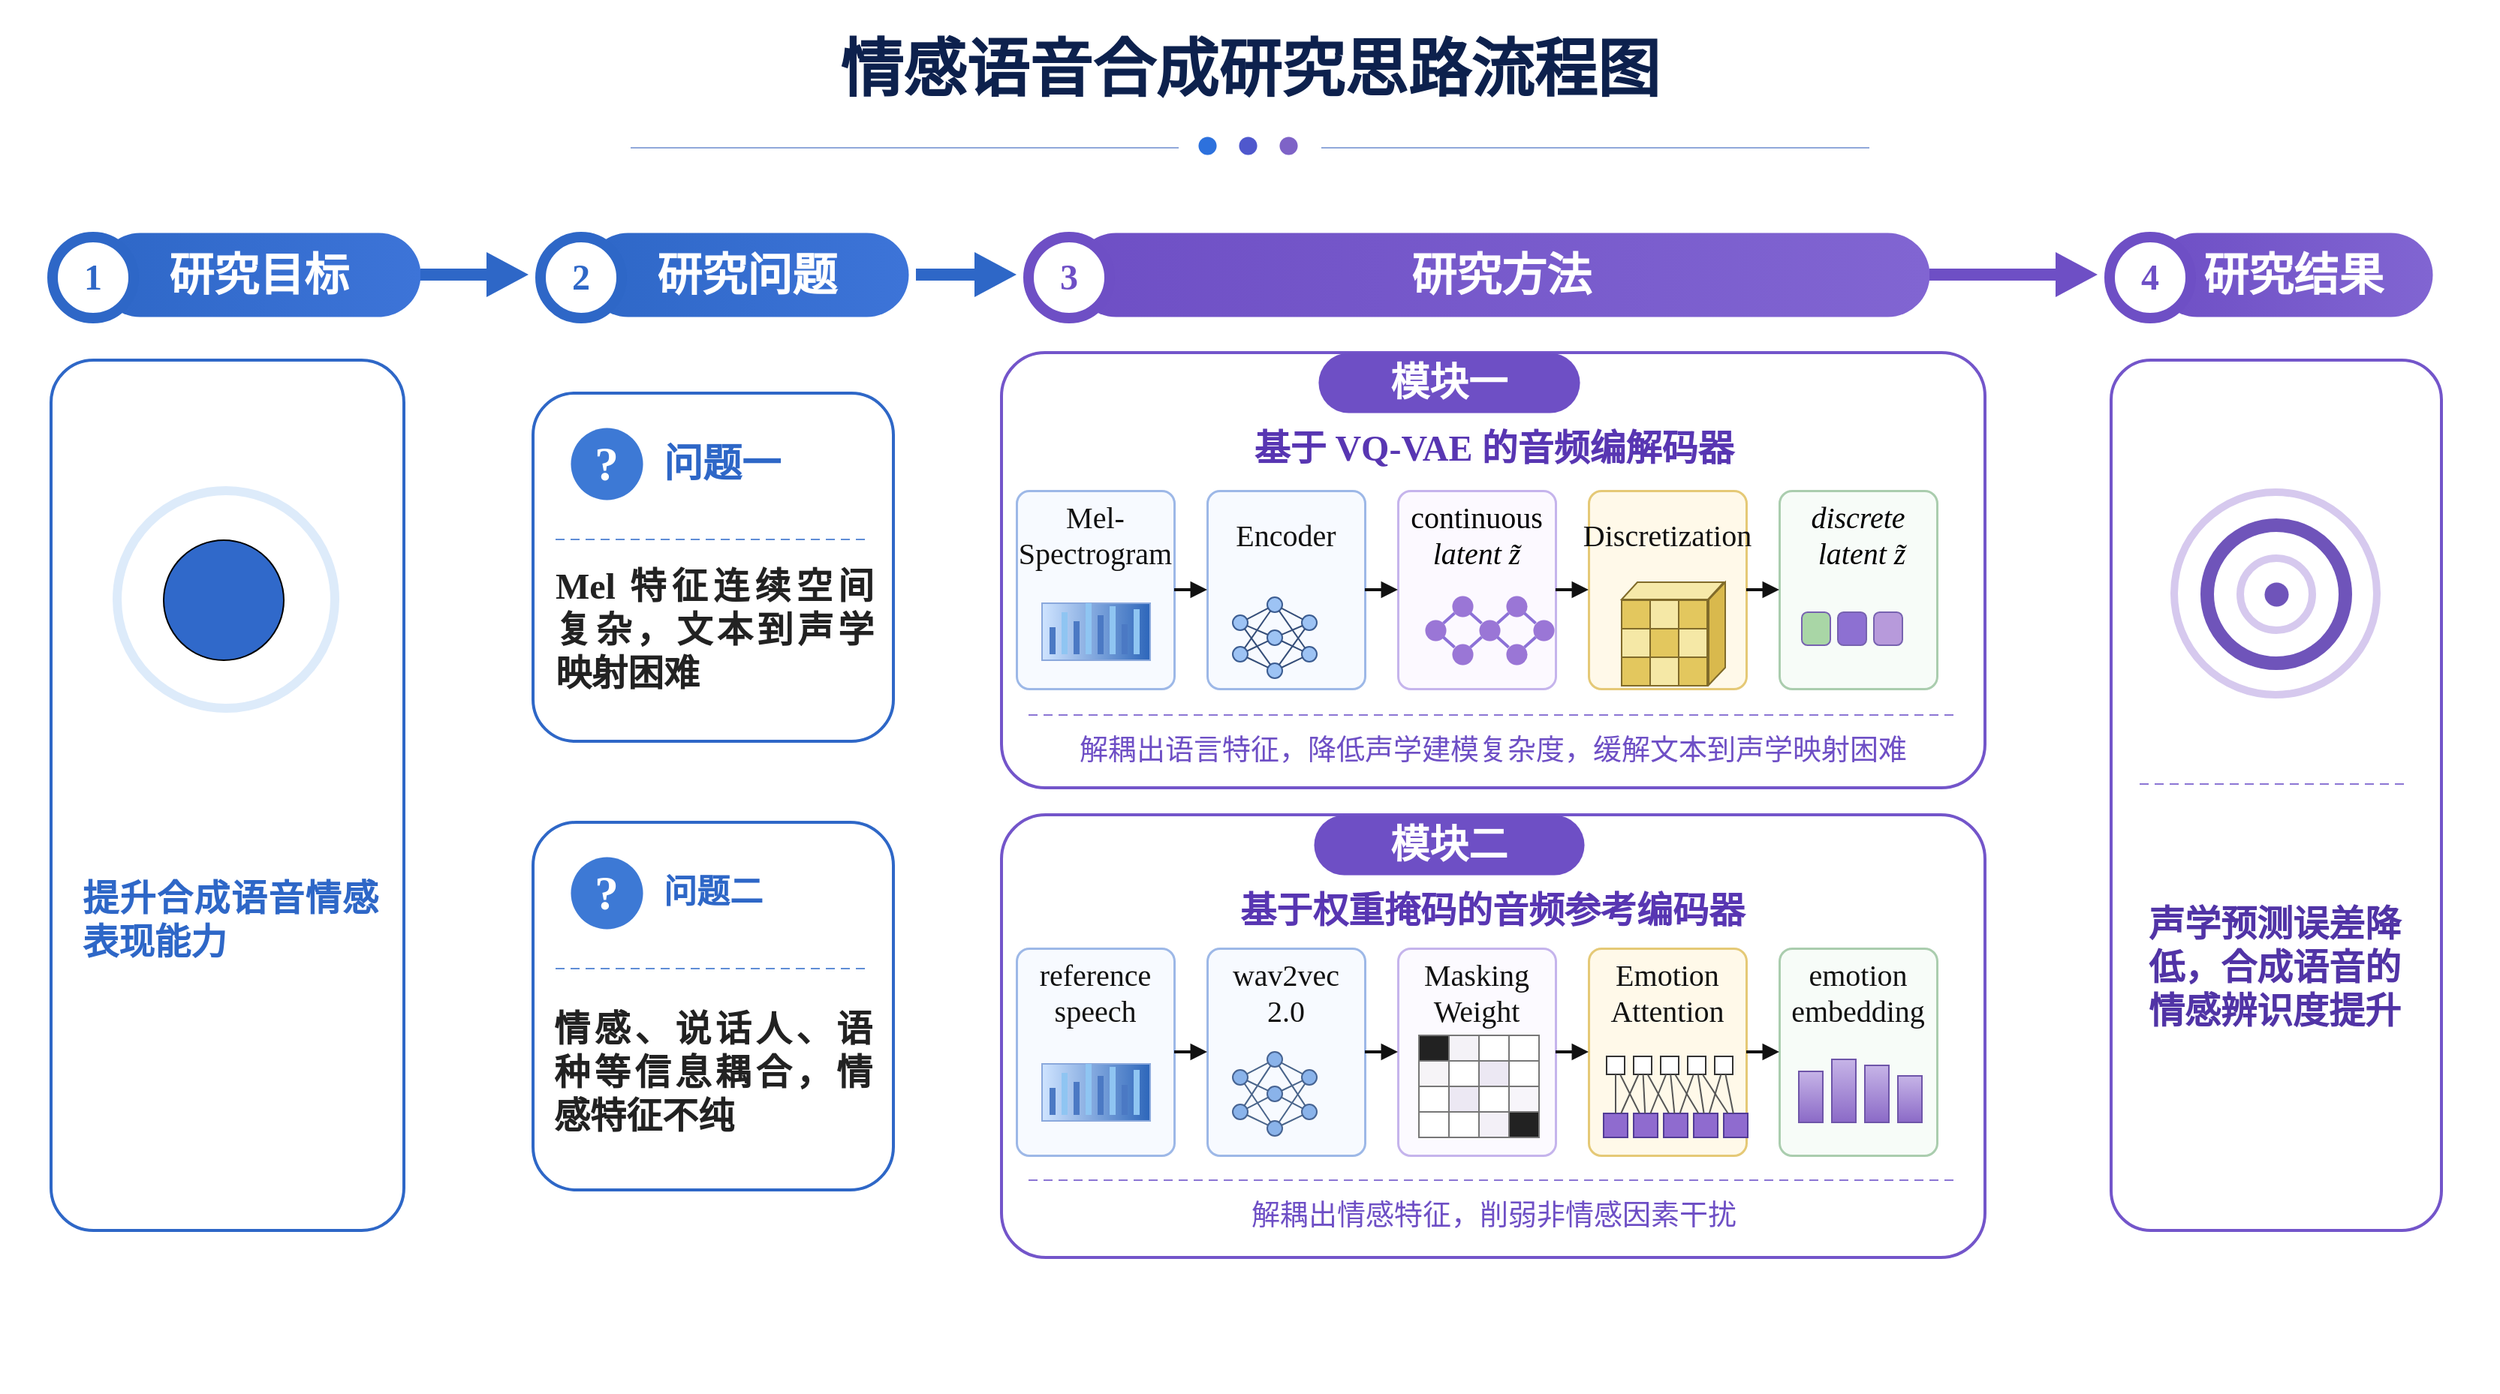
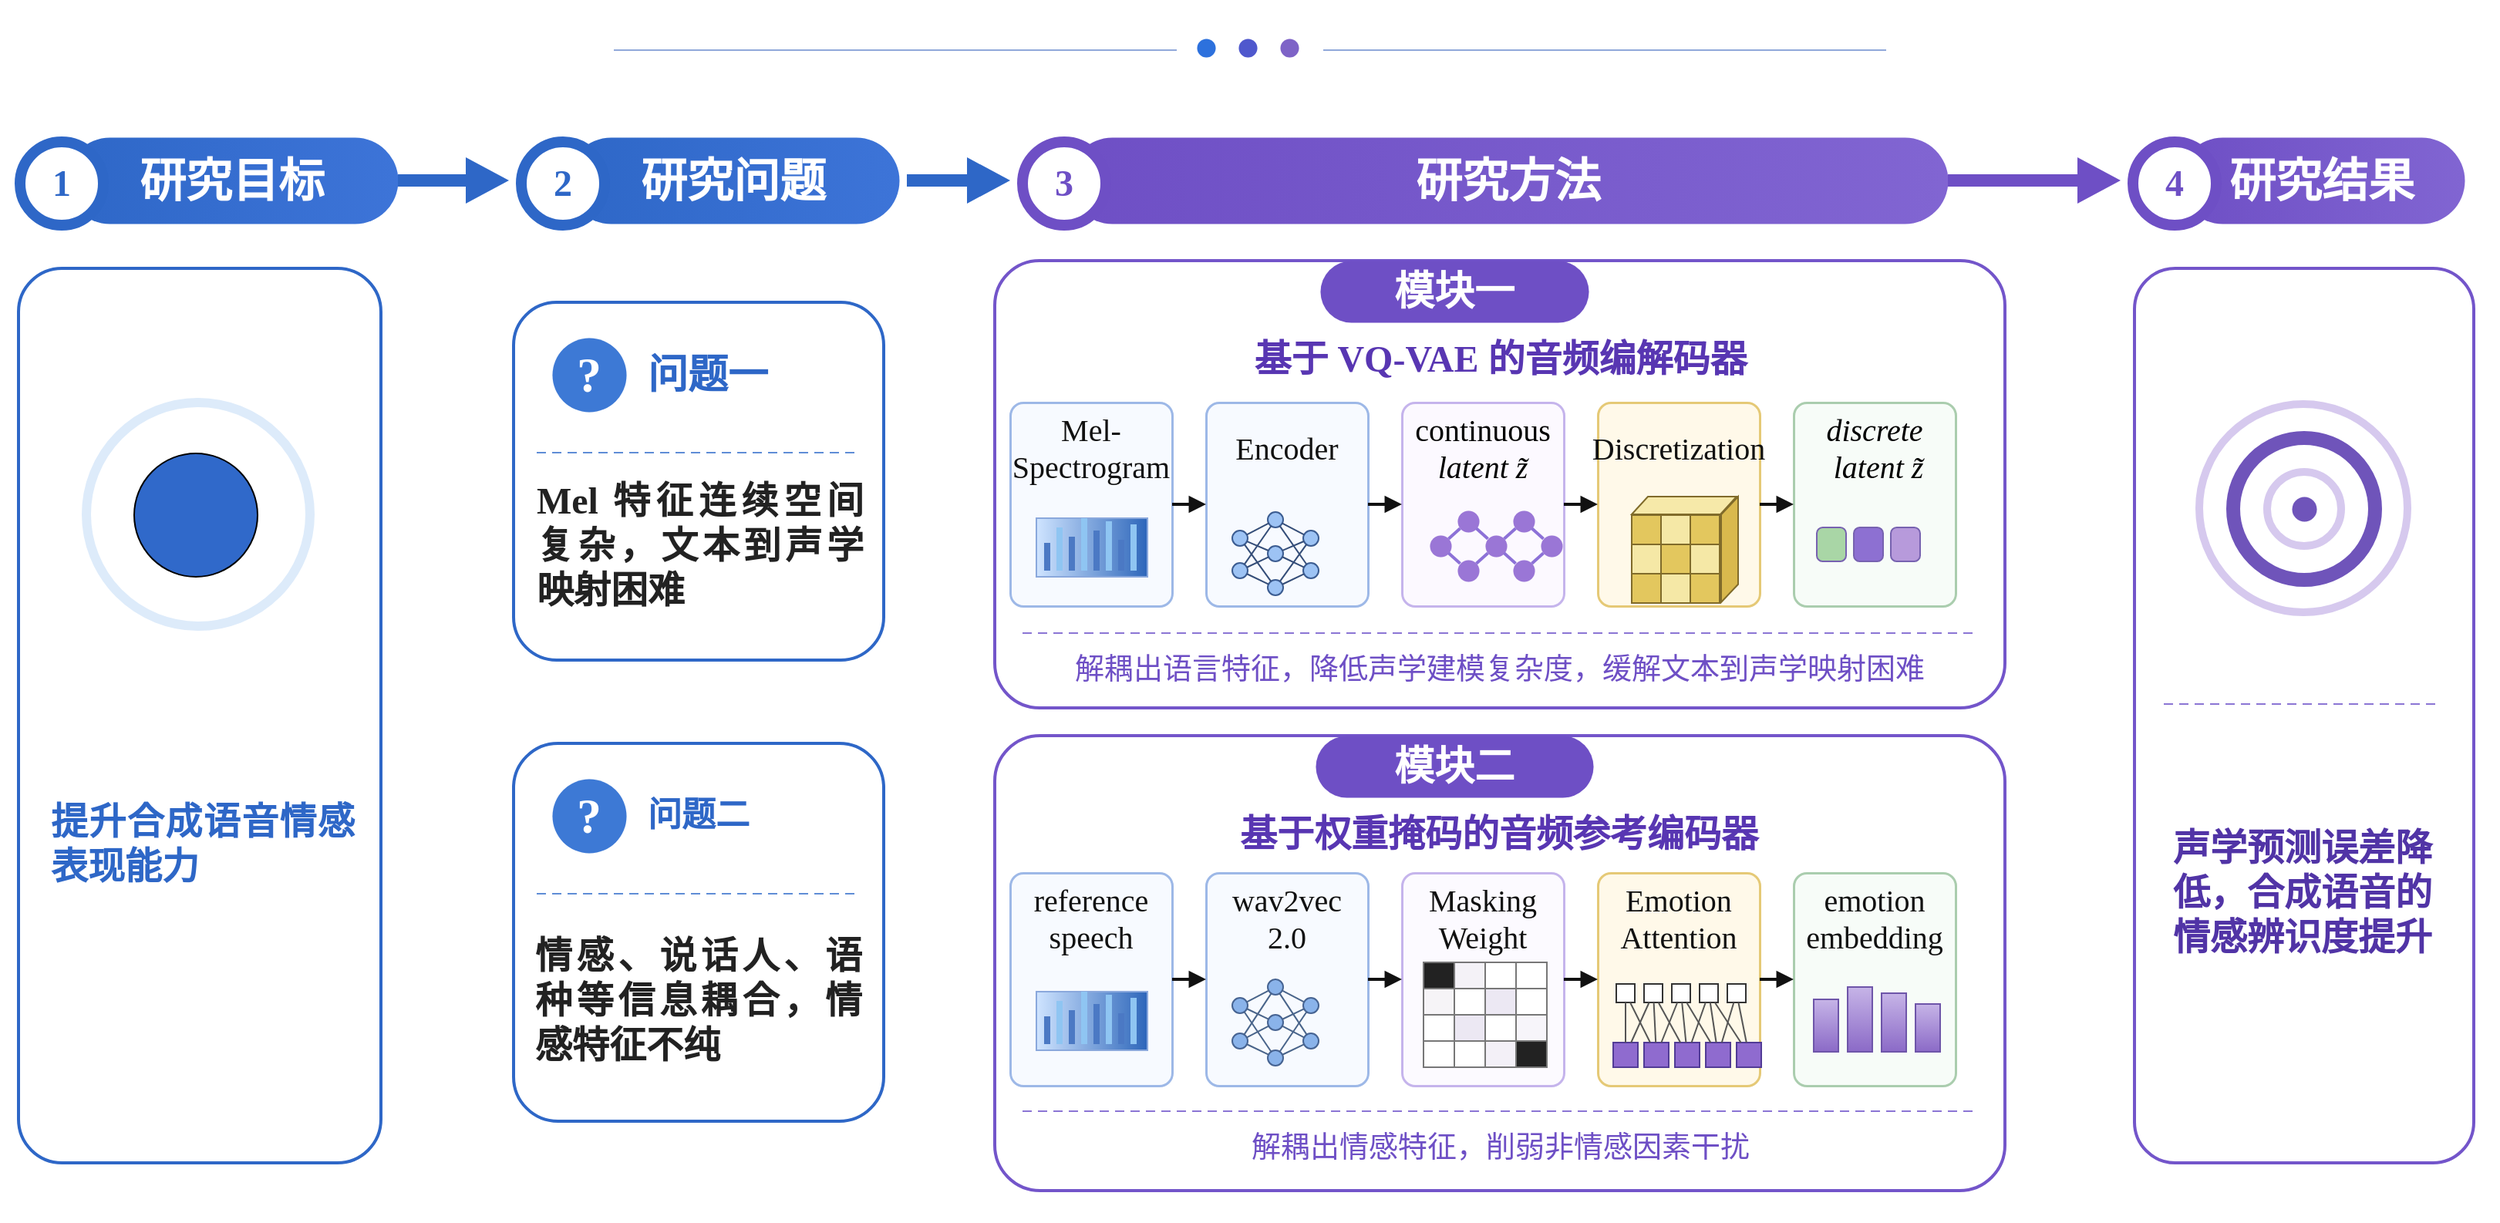
<mxfile host="app.diagrams.net">
  <diagram name="第 1 页" id="fVVEHDjkvuh4-jfM98xs">
    <mxGraphModel dx="2060" dy="1284" grid="1" gridSize="1" guides="1" tooltips="1" connect="1" arrows="1" fold="1" page="1" pageScale="1" pageWidth="1664" pageHeight="928" math="1" shadow="0">
      <root>
        <mxCell id="0" />
        <mxCell id="1" parent="0" />
        <mxCell id="v2" parent="1" style="shape=rect;fillColor=#FFFFFF;strokeColor=none;fontFamily=Comic Sans MS;" value="e" vertex="1">
-           <mxGeometry height="928" width="1664" as="geometry" />
-         </mxCell>
-         <mxCell id="v3" parent="1" style="text;html=1;whiteSpace=wrap;align=center;verticalAlign=middle;fontFamily=Comic Sans MS;fontSize=42;fontColor=#0D214D;fontStyle=1;spacing=0;" value="情感语音合成研究思路流程图" vertex="1">
-           <mxGeometry height="58" width="885" x="390" y="18" as="geometry" />
+           <mxGeometry height="792" width="1620" x="22" y="66" as="geometry" />
        </mxCell>
        <mxCell id="v4" parent="1" style="shape=line;strokeColor=#90A8DA;strokeWidth=1;fontFamily=Comic Sans MS;" value="" vertex="1">
          <mxGeometry height="1" width="365" x="420" y="98" as="geometry" />
        </mxCell>
        <mxCell id="v5" parent="1" style="shape=line;strokeColor=#90A8DA;strokeWidth=1;fontFamily=Comic Sans MS;" value="" vertex="1">
          <mxGeometry height="1" width="365" x="880" y="98" as="geometry" />
        </mxCell>
        <mxCell id="v6" parent="1" style="ellipse;whiteSpace=wrap;html=1;fillColor=#2D71DD;strokeColor=#2D71DD;strokeWidth=0;fontFamily=Comic Sans MS;" value="" vertex="1">
          <mxGeometry height="12" width="12" x="798" y="91" as="geometry" />
        </mxCell>
        <mxCell id="v7" parent="1" style="ellipse;whiteSpace=wrap;html=1;fillColor=#4F58CD;strokeColor=#4F58CD;strokeWidth=0;fontFamily=Comic Sans MS;" value="" vertex="1">
          <mxGeometry height="12" width="12" x="825" y="91" as="geometry" />
        </mxCell>
        <mxCell id="v8" parent="1" style="ellipse;whiteSpace=wrap;html=1;fillColor=#7E63C7;strokeColor=#7E63C7;strokeWidth=0;fontFamily=Comic Sans MS;" value="" vertex="1">
          <mxGeometry height="12" width="12" x="852" y="91" as="geometry" />
        </mxCell>
        <mxCell id="v9" parent="1" style="rounded=1;arcSize=50;whiteSpace=wrap;html=1;fillColor=#2E67C7;strokeColor=none;strokeWidth=0;fontFamily=Comic Sans MS;gradientColor=#3D74D8;gradientDirection=east;fontSize=24;fontColor=#FFFFFF;fontStyle=1;align=center;verticalAlign=middle;" value="&lt;font style=&quot;font-size: 30px;&quot;&gt;研究目标&lt;/font&gt;" vertex="1">
          <mxGeometry height="56" width="215" x="65" y="155" as="geometry" />
        </mxCell>
        <mxCell id="v10" parent="1" style="ellipse;whiteSpace=wrap;html=1;fillColor=#FFFFFF;strokeColor=#2E67C7;strokeWidth=7;fontFamily=Comic Sans MS;fontSize=24;fontColor=#2E67C7;fontStyle=1;align=center;verticalAlign=middle;" value="1" vertex="1">
          <mxGeometry height="54" width="54" x="35" y="158" as="geometry" />
        </mxCell>
        <mxCell id="v11" parent="1" style="rounded=1;arcSize=50;whiteSpace=wrap;html=1;fillColor=#2E67C7;strokeColor=none;strokeWidth=0;fontFamily=Comic Sans MS;gradientColor=#3D74D8;gradientDirection=east;fontSize=24;fontColor=#FFFFFF;fontStyle=1;align=center;verticalAlign=middle;" value="&lt;font style=&quot;font-size: 30px;&quot;&gt;研究问题&lt;/font&gt;" vertex="1">
          <mxGeometry height="56" width="215" x="390" y="155" as="geometry" />
        </mxCell>
        <mxCell id="v12" parent="1" style="ellipse;whiteSpace=wrap;html=1;fillColor=#FFFFFF;strokeColor=#2E67C7;strokeWidth=7;fontFamily=Comic Sans MS;fontSize=24;fontColor=#2E67C7;fontStyle=1;align=center;verticalAlign=middle;" value="2" vertex="1">
          <mxGeometry height="54" width="54" x="360" y="158" as="geometry" />
        </mxCell>
        <mxCell id="v13" parent="1" style="rounded=1;arcSize=50;whiteSpace=wrap;html=1;fillColor=#6E4FC5;strokeColor=none;strokeWidth=0;fontFamily=Comic Sans MS;gradientColor=#8165D2;gradientDirection=east;fontSize=24;fontColor=#FFFFFF;fontStyle=1;align=center;verticalAlign=middle;" value="&lt;font style=&quot;font-size: 30px;&quot;&gt;研究方法&lt;/font&gt;" vertex="1">
          <mxGeometry height="56" width="570" x="715" y="155" as="geometry" />
        </mxCell>
        <mxCell id="v14" parent="1" style="ellipse;whiteSpace=wrap;html=1;fillColor=#FFFFFF;strokeColor=#6E4FC5;strokeWidth=7;fontFamily=Comic Sans MS;fontSize=24;fontColor=#6E4FC5;fontStyle=1;align=center;verticalAlign=middle;" value="3" vertex="1">
          <mxGeometry height="54" width="54" x="685" y="158" as="geometry" />
        </mxCell>
        <mxCell id="v15" parent="1" style="rounded=1;arcSize=50;whiteSpace=wrap;html=1;fillColor=#6E4FC5;strokeColor=none;strokeWidth=0;fontFamily=Comic Sans MS;gradientColor=#8165D2;gradientDirection=east;fontSize=24;fontColor=#FFFFFF;fontStyle=1;align=center;verticalAlign=middle;" value="&lt;font style=&quot;font-size: 30px;&quot;&gt;研究结果&lt;/font&gt;" vertex="1">
          <mxGeometry height="56" width="185" x="1435" y="155" as="geometry" />
        </mxCell>
        <mxCell id="v16" parent="1" style="ellipse;whiteSpace=wrap;html=1;fillColor=#FFFFFF;strokeColor=#6E4FC5;strokeWidth=7;fontFamily=Comic Sans MS;fontSize=24;fontColor=#6E4FC5;fontStyle=1;align=center;verticalAlign=middle;" value="4" vertex="1">
          <mxGeometry height="54" width="54" x="1405" y="158" as="geometry" />
        </mxCell>
        <mxCell id="v17" parent="1" style="shape=rect;fillColor=#2E67C7;strokeColor=none;fontFamily=Comic Sans MS;" value="" vertex="1">
          <mxGeometry height="8" width="52" x="280" y="179" as="geometry" />
        </mxCell>
        <mxCell id="v18" parent="1" style="shape=triangle;direction=east;fillColor=#2E67C7;strokeColor=none;fontFamily=Comic Sans MS;" value="" vertex="1">
          <mxGeometry height="30" width="28" x="324" y="168" as="geometry" />
        </mxCell>
        <mxCell id="v19" parent="1" style="shape=rect;fillColor=#2E67C7;strokeColor=none;fontFamily=Comic Sans MS;" value="" vertex="1">
          <mxGeometry height="8" width="47" x="610" y="179" as="geometry" />
        </mxCell>
        <mxCell id="v20" parent="1" style="shape=triangle;direction=east;fillColor=#2E67C7;strokeColor=none;fontFamily=Comic Sans MS;" value="" vertex="1">
          <mxGeometry height="30" width="28" x="649" y="168" as="geometry" />
        </mxCell>
        <mxCell id="v21" parent="1" style="shape=rect;fillColor=#6E4FC5;strokeColor=none;fontFamily=Comic Sans MS;" value="" vertex="1">
          <mxGeometry height="8" width="92" x="1285" y="179" as="geometry" />
        </mxCell>
        <mxCell id="v22" parent="1" style="shape=triangle;direction=east;fillColor=#6E4FC5;strokeColor=none;fontFamily=Comic Sans MS;" value="" vertex="1">
          <mxGeometry height="30" width="28" x="1369" y="168" as="geometry" />
        </mxCell>
        <mxCell id="v23" parent="1" style="rounded=1;arcSize=12;whiteSpace=wrap;html=1;fillColor=#FFFFFF;strokeColor=#2E67C7;strokeWidth=2;fontFamily=Comic Sans MS;" value="" vertex="1">
          <mxGeometry height="580" width="235" x="34" y="240" as="geometry" />
        </mxCell>
        <mxCell id="v24" parent="1" style="rounded=1;arcSize=12;whiteSpace=wrap;html=1;fillColor=#FFFFFF;strokeColor=#2E67C7;strokeWidth=2;fontFamily=Comic Sans MS;" value="" vertex="1">
          <mxGeometry height="232" width="240" x="355" y="262" as="geometry" />
        </mxCell>
        <mxCell id="v25" parent="1" style="rounded=1;arcSize=12;whiteSpace=wrap;html=1;fillColor=#FFFFFF;strokeColor=#2E67C7;strokeWidth=2;fontFamily=Comic Sans MS;" value="" vertex="1">
          <mxGeometry height="245" width="240" x="355" y="548" as="geometry" />
        </mxCell>
        <mxCell id="v26" parent="1" style="rounded=1;arcSize=10;whiteSpace=wrap;html=1;fillColor=#FFFFFF;strokeColor=#7355CA;strokeWidth=2;fontFamily=Comic Sans MS;" value="" vertex="1">
          <mxGeometry height="290" width="655" x="667" y="235" as="geometry" />
        </mxCell>
        <mxCell id="v27" parent="1" style="rounded=1;arcSize=10;whiteSpace=wrap;html=1;fillColor=#FFFFFF;strokeColor=#7355CA;strokeWidth=2;fontFamily=Comic Sans MS;" value="" vertex="1">
          <mxGeometry height="295" width="655" x="667" y="543" as="geometry" />
        </mxCell>
        <mxCell id="v28" parent="1" style="rounded=1;arcSize=12;whiteSpace=wrap;html=1;fillColor=#FFFFFF;strokeColor=#7355CA;strokeWidth=2;fontFamily=Comic Sans MS;" value="" vertex="1">
          <mxGeometry height="580" width="220" x="1406" y="240" as="geometry" />
        </mxCell>
        <mxCell id="v29" parent="1" style="ellipse;whiteSpace=wrap;html=1;fillColor=#FFFFFF;strokeColor=#DDEBFA;strokeWidth=6;fontFamily=Comic Sans MS;" value="" vertex="1">
          <mxGeometry height="145" width="145" x="78" y="327" as="geometry" />
        </mxCell>
        <mxCell id="v31" parent="1" style="shape=mxgraph.basic.arc;startAngle=180;endAngle=360;fillColor=none;strokeColor=#2E67C7;strokeWidth=5;fontFamily=Comic Sans MS;" value="" vertex="1">
          <mxGeometry height="58" width="70" x="121" y="388" as="geometry" />
        </mxCell>
        <mxCell id="v34" parent="1" style="shape=mxgraph.basic.arc;startAngle=90;endAngle=270;direction=west;fillColor=none;strokeColor=#2E67C7;strokeWidth=4;fontFamily=Comic Sans MS;" value="" vertex="1">
          <mxGeometry height="38" width="18" x="90" y="380" as="geometry" />
        </mxCell>
        <mxCell id="v35" parent="1" style="shape=mxgraph.basic.arc;startAngle=90;endAngle=270;direction=west;fillColor=none;strokeColor=#2E67C7;strokeWidth=4;fontFamily=Comic Sans MS;" value="" vertex="1">
          <mxGeometry height="54" width="28" x="82" y="372" as="geometry" />
        </mxCell>
        <mxCell id="v36" parent="1" style="shape=mxgraph.basic.arc;startAngle=90;endAngle=270;direction=east;fillColor=none;strokeColor=#2E67C7;strokeWidth=4;fontFamily=Comic Sans MS;" value="" vertex="1">
          <mxGeometry height="38" width="18" x="193" y="380" as="geometry" />
        </mxCell>
        <mxCell id="v37" parent="1" style="shape=mxgraph.basic.arc;startAngle=90;endAngle=270;direction=east;fillColor=none;strokeColor=#2E67C7;strokeWidth=4;fontFamily=Comic Sans MS;" value="" vertex="1">
          <mxGeometry height="54" width="28" x="192" y="372" as="geometry" />
        </mxCell>
        <mxCell id="v38" parent="1" style="text;html=1;whiteSpace=wrap;align=left;verticalAlign=middle;fontFamily=Comic Sans MS;fontSize=22;fontColor=#111111;fontStyle=0;spacing=0;" value="&lt;div style=&quot;text-align: justify;&quot;&gt;&lt;b style=&quot;background-color: transparent; color: light-dark(rgb(46, 103, 199), rgb(237, 237, 237));&quot;&gt;&lt;font style=&quot;font-size: 24px;&quot;&gt;提升合成语音情感表现能力&lt;/font&gt;&lt;/b&gt;&lt;/div&gt;" vertex="1">
          <mxGeometry height="225" width="195" x="55" y="500" as="geometry" />
        </mxCell>
        <mxCell id="v39" parent="1" style="ellipse;whiteSpace=wrap;html=1;fillColor=#3D79D5;strokeColor=#3D79D5;strokeWidth=0;fontFamily=Comic Sans MS;fontSize=32;fontColor=#FFFFFF;fontStyle=1;align=center;verticalAlign=middle;" value="?" vertex="1">
          <mxGeometry height="48" width="48" x="380" y="285" as="geometry" />
        </mxCell>
        <mxCell id="v40" parent="1" style="text;html=1;whiteSpace=wrap;align=left;verticalAlign=middle;fontFamily=Comic Sans MS;fontSize=22;fontColor=#2E67C7;fontStyle=1;spacing=0;" value="&lt;font style=&quot;font-size: 26px;&quot;&gt;问题一&lt;/font&gt;" vertex="1">
          <mxGeometry height="44" width="120" x="442" y="287" as="geometry" />
        </mxCell>
        <mxCell id="v41" parent="1" style="shape=line;strokeColor=#5F8DD6;strokeWidth=1;dashed=1;dashPattern=6 4;fontFamily=Comic Sans MS;" value="" vertex="1">
          <mxGeometry height="1" width="210" x="370" y="359" as="geometry" />
        </mxCell>
        <mxCell id="v42" parent="1" style="ellipse;whiteSpace=wrap;html=1;fillColor=#3D79D5;strokeColor=#3D79D5;strokeWidth=0;fontFamily=Comic Sans MS;fontSize=32;fontColor=#FFFFFF;fontStyle=1;align=center;verticalAlign=middle;" value="?" vertex="1">
          <mxGeometry height="48" width="48" x="380" y="571" as="geometry" />
        </mxCell>
        <mxCell id="v43" parent="1" style="text;html=1;whiteSpace=wrap;align=left;verticalAlign=middle;fontFamily=Comic Sans MS;fontSize=22;fontColor=#2E67C7;fontStyle=1;spacing=0;" value="问题二" vertex="1">
          <mxGeometry height="44" width="120" x="442" y="573" as="geometry" />
        </mxCell>
        <mxCell id="v44" parent="1" style="shape=line;strokeColor=#5F8DD6;strokeWidth=1;dashed=1;dashPattern=6 4;fontFamily=Comic Sans MS;" value="" vertex="1">
          <mxGeometry height="1" width="210" x="370" y="645" as="geometry" />
        </mxCell>
        <mxCell id="v45" parent="1" style="text;html=1;whiteSpace=wrap;align=left;verticalAlign=middle;fontFamily=Comic Sans MS;fontSize=18;fontColor=#222222;fontStyle=0;spacing=0;" value="&lt;div style=&quot;text-align: justify;&quot;&gt;&lt;b style=&quot;background-color: transparent; color: light-dark(rgb(34, 34, 34), rgb(208, 208, 208));&quot;&gt;&lt;font style=&quot;font-size: 24px;&quot;&gt;Mel 特征连续空间复杂，文本到声学映射困难&lt;/font&gt;&lt;/b&gt;&lt;/div&gt;" vertex="1">
          <mxGeometry height="110" width="210" x="370" y="365" as="geometry" />
        </mxCell>
        <mxCell id="v46" parent="1" style="text;html=1;whiteSpace=wrap;align=center;verticalAlign=middle;fontFamily=Comic Sans MS;fontSize=18;fontColor=#222222;fontStyle=0;spacing=0;" value="&lt;div style=&quot;text-align: justify;&quot;&gt;&lt;b style=&quot;background-color: transparent; color: light-dark(rgb(34, 34, 34), rgb(208, 208, 208));&quot;&gt;&lt;font style=&quot;font-size: 24px;&quot;&gt;情感、说话人、语种等信息耦合，情感特征不纯&lt;/font&gt;&lt;/b&gt;&lt;/div&gt;" vertex="1">
          <mxGeometry height="115" width="210" x="370" y="657" as="geometry" />
        </mxCell>
        <mxCell id="e47" edge="1" parent="1" style="edgeStyle=orthogonalEdgeStyle;rounded=0;html=1;strokeColor=#3B72CA;strokeWidth=3;dashed=1;dashPattern=6 4;endArrow=block;endFill=1;" value="">
          <mxGeometry relative="1" as="geometry">
            <Array as="points">
              <mxPoint x="278" y="510" />
              <mxPoint x="310" y="510" />
              <mxPoint x="310" y="378" />
              <mxPoint x="350" y="378" />
            </Array>
          </mxGeometry>
        </mxCell>
        <mxCell id="e48" edge="1" parent="1" style="edgeStyle=orthogonalEdgeStyle;rounded=0;html=1;strokeColor=#3B72CA;strokeWidth=3;dashed=1;dashPattern=6 4;endArrow=block;endFill=1;" value="">
          <mxGeometry relative="1" as="geometry">
            <Array as="points">
              <mxPoint x="278" y="510" />
              <mxPoint x="310" y="510" />
              <mxPoint x="310" y="670" />
              <mxPoint x="350" y="670" />
            </Array>
          </mxGeometry>
        </mxCell>
        <mxCell id="e49" edge="1" parent="1" style="edgeStyle=orthogonalEdgeStyle;rounded=0;html=1;strokeColor=#6E4FC5;strokeWidth=3;dashed=1;dashPattern=6 4;endArrow=block;endFill=1;" value="">
          <mxGeometry relative="1" as="geometry">
            <Array as="points">
              <mxPoint x="595" y="378" />
              <mxPoint x="625" y="378" />
              <mxPoint x="625" y="356" />
              <mxPoint x="665" y="356" />
            </Array>
          </mxGeometry>
        </mxCell>
        <mxCell id="e50" edge="1" parent="1" style="edgeStyle=orthogonalEdgeStyle;rounded=0;html=1;strokeColor=#6E4FC5;strokeWidth=3;dashed=1;dashPattern=6 4;endArrow=block;endFill=1;" value="">
          <mxGeometry relative="1" as="geometry">
            <Array as="points">
              <mxPoint x="595" y="670" />
              <mxPoint x="625" y="670" />
              <mxPoint x="625" y="695" />
              <mxPoint x="665" y="695" />
            </Array>
          </mxGeometry>
        </mxCell>
        <mxCell id="v51" parent="1" style="rounded=1;arcSize=50;whiteSpace=wrap;html=1;fillColor=#6E4FC5;strokeColor=#6E4FC5;strokeWidth=0;fontFamily=Comic Sans MS;fontSize=22;fontColor=#FFFFFF;fontStyle=1;align=center;verticalAlign=middle;" value="&lt;font style=&quot;font-size: 26px;&quot;&gt;模块一&lt;/font&gt;" vertex="1">
          <mxGeometry height="40" width="174" x="878" y="235" as="geometry" />
        </mxCell>
        <mxCell id="v52" parent="1" style="rounded=1;arcSize=50;whiteSpace=wrap;html=1;fillColor=#6E4FC5;strokeColor=#6E4FC5;strokeWidth=0;fontFamily=Comic Sans MS;fontSize=22;fontColor=#FFFFFF;fontStyle=1;align=center;verticalAlign=middle;" value="&lt;font style=&quot;font-size: 26px;&quot;&gt;模块二&lt;/font&gt;" vertex="1">
          <mxGeometry height="40" width="180" x="875" y="543" as="geometry" />
        </mxCell>
        <mxCell id="v53" parent="1" style="text;html=1;whiteSpace=wrap;align=center;verticalAlign=middle;fontFamily=Comic Sans MS;fontSize=23;fontColor=#5836B2;fontStyle=1;spacing=0;" value="&lt;font style=&quot;font-size: 24px;&quot;&gt;基于 VQ-VAE 的音频编解码器&lt;/font&gt;" vertex="1">
          <mxGeometry height="38" width="520" x="735" y="280" as="geometry" />
        </mxCell>
        <mxCell id="v54" parent="1" style="text;html=1;whiteSpace=wrap;align=center;verticalAlign=middle;fontFamily=Comic Sans MS;fontSize=23;fontColor=#5836B2;fontStyle=1;spacing=0;" value="&lt;font style=&quot;font-size: 24px;&quot;&gt;基于权重掩码的音频参考编码器&lt;/font&gt;" vertex="1">
          <mxGeometry height="38" width="580" x="704" y="588" as="geometry" />
        </mxCell>
        <mxCell id="v55" parent="1" style="rounded=1;arcSize=8;whiteSpace=wrap;html=1;fillColor=#F7FAFF;strokeColor=#9DB8E7;strokeWidth=1.5;fontFamily=Comic Sans MS;" value="" vertex="1">
          <mxGeometry height="132" width="105" x="677" y="327" as="geometry" />
        </mxCell>
        <mxCell id="v56" parent="1" style="text;html=1;whiteSpace=wrap;align=center;verticalAlign=middle;fontFamily=Comic Sans MS;fontSize=15;fontColor=#111111;fontStyle=0;spacing=0;" value="&lt;font style=&quot;font-size: 20px;&quot;&gt;Mel-&lt;br&gt;Spectrogram&lt;/font&gt;" vertex="1">
          <mxGeometry height="42" width="95" x="682" y="335" as="geometry" />
        </mxCell>
        <mxCell id="v57" parent="1" style="rounded=1;arcSize=8;whiteSpace=wrap;html=1;fillColor=#F7FAFF;strokeColor=#9DB8E7;strokeWidth=1.5;fontFamily=Comic Sans MS;" value="" vertex="1">
          <mxGeometry height="132" width="105" x="804" y="327" as="geometry" />
        </mxCell>
        <mxCell id="v58" parent="1" style="text;html=1;whiteSpace=wrap;align=center;verticalAlign=middle;fontFamily=Comic Sans MS;fontSize=15;fontColor=#111111;fontStyle=0;spacing=0;" value="&lt;font style=&quot;font-size: 20px;&quot;&gt;Encoder&lt;/font&gt;" vertex="1">
          <mxGeometry height="42" width="95" x="809" y="335" as="geometry" />
        </mxCell>
        <mxCell id="v59" parent="1" style="rounded=1;arcSize=8;whiteSpace=wrap;html=1;fillColor=#FCF9FF;strokeColor=#C5B4EC;strokeWidth=1.5;fontFamily=Comic Sans MS;" value="" vertex="1">
          <mxGeometry height="132" width="105" x="931" y="327" as="geometry" />
        </mxCell>
        <mxCell id="v60" parent="1" style="text;html=1;whiteSpace=wrap;align=center;verticalAlign=middle;fontFamily=Comic Sans MS;fontSize=15;fontColor=#111111;fontStyle=0;spacing=0;" value="&lt;font style=&quot;font-size: 20px;&quot;&gt;&lt;span style=&quot;text-align: left; white-space: nowrap; color: rgb(0, 0, 0);&quot;&gt;continuous&lt;/span&gt;&lt;/font&gt;&lt;div&gt;&lt;font style=&quot;font-size: 20px;&quot;&gt;&lt;i style=&quot;text-align: left; white-space: nowrap; color: rgb(0, 0, 0);&quot;&gt; latent z̃&lt;/i&gt;&lt;/font&gt;&lt;/div&gt;" vertex="1">
          <mxGeometry height="42" width="95" x="936" y="335" as="geometry" />
        </mxCell>
        <mxCell id="v61" parent="1" style="rounded=1;arcSize=8;whiteSpace=wrap;html=1;fillColor=#FFF9E9;strokeColor=#E5C976;strokeWidth=1.5;fontFamily=Comic Sans MS;" value="" vertex="1">
          <mxGeometry height="132" width="105" x="1058" y="327" as="geometry" />
        </mxCell>
        <mxCell id="v62" parent="1" style="text;html=1;whiteSpace=wrap;align=center;verticalAlign=middle;fontFamily=Comic Sans MS;fontSize=15;fontColor=#111111;fontStyle=0;spacing=0;" value="&lt;font style=&quot;font-size: 20px;&quot;&gt;Discretization&lt;/font&gt;" vertex="1">
          <mxGeometry height="42" width="95" x="1063" y="335" as="geometry" />
        </mxCell>
        <mxCell id="v63" parent="1" style="rounded=1;arcSize=8;whiteSpace=wrap;html=1;fillColor=#F7FCF8;strokeColor=#AACDAE;strokeWidth=1.5;fontFamily=Comic Sans MS;" value="" vertex="1">
          <mxGeometry height="132" width="105" x="1185" y="327" as="geometry" />
        </mxCell>
        <mxCell id="v64" parent="1" style="text;html=1;whiteSpace=wrap;align=center;verticalAlign=middle;fontFamily=Comic Sans MS;fontSize=15;fontColor=#111111;fontStyle=0;spacing=0;" value="&lt;i style=&quot;text-align: left; white-space: nowrap;&quot;&gt;&lt;font style=&quot;color: rgb(0, 0, 0); font-size: 20px;&quot;&gt;discrete&lt;/font&gt;&lt;/i&gt;&lt;div&gt;&lt;i style=&quot;text-align: left; white-space: nowrap;&quot;&gt;&lt;font style=&quot;color: rgb(0, 0, 0); font-size: 20px;&quot;&gt;&amp;nbsp;latent z̃&lt;/font&gt;&lt;/i&gt;&lt;/div&gt;" vertex="1">
          <mxGeometry height="42" width="95" x="1190" y="335" as="geometry" />
        </mxCell>
        <mxCell id="e65" edge="1" parent="1" source="v55" style="edgeStyle=orthogonalEdgeStyle;rounded=0;html=1;strokeColor=#111111;strokeWidth=2;endArrow=block;endFill=1;fontFamily=Comic Sans MS;" target="v57" value="">
          <mxGeometry relative="1" as="geometry" />
        </mxCell>
        <mxCell id="e66" edge="1" parent="1" source="v57" style="edgeStyle=orthogonalEdgeStyle;rounded=0;html=1;strokeColor=#111111;strokeWidth=2;endArrow=block;endFill=1;fontFamily=Comic Sans MS;" target="v59" value="">
          <mxGeometry relative="1" as="geometry" />
        </mxCell>
        <mxCell id="e67" edge="1" parent="1" source="v59" style="edgeStyle=orthogonalEdgeStyle;rounded=0;html=1;strokeColor=#111111;strokeWidth=2;endArrow=block;endFill=1;fontFamily=Comic Sans MS;" target="v61" value="">
          <mxGeometry relative="1" as="geometry" />
        </mxCell>
        <mxCell id="e68" edge="1" parent="1" source="v61" style="edgeStyle=orthogonalEdgeStyle;rounded=0;html=1;strokeColor=#111111;strokeWidth=2;endArrow=block;endFill=1;fontFamily=Comic Sans MS;" target="v63" value="">
          <mxGeometry relative="1" as="geometry" />
        </mxCell>
        <mxCell id="v78" parent="1" style="ellipse;whiteSpace=wrap;html=1;fillColor=#9DC3F4;strokeColor=#3B5C91;strokeWidth=1;fontFamily=Comic Sans MS;" value="" vertex="1">
          <mxGeometry height="10" width="10" x="821" y="410" as="geometry" />
        </mxCell>
        <mxCell id="v79" parent="1" style="ellipse;whiteSpace=wrap;html=1;fillColor=#9DC3F4;strokeColor=#3B5C91;strokeWidth=1;fontFamily=Comic Sans MS;" value="" vertex="1">
          <mxGeometry height="10" width="10" x="821" y="431" as="geometry" />
        </mxCell>
        <mxCell id="v80" parent="1" style="ellipse;whiteSpace=wrap;html=1;fillColor=#9DC3F4;strokeColor=#3B5C91;strokeWidth=1;fontFamily=Comic Sans MS;" value="" vertex="1">
          <mxGeometry height="10" width="10" x="844" y="398" as="geometry" />
        </mxCell>
        <mxCell id="v81" parent="1" style="ellipse;whiteSpace=wrap;html=1;fillColor=#9DC3F4;strokeColor=#3B5C91;strokeWidth=1;fontFamily=Comic Sans MS;" value="" vertex="1">
          <mxGeometry height="10" width="10" x="844" y="420" as="geometry" />
        </mxCell>
        <mxCell id="v82" parent="1" style="ellipse;whiteSpace=wrap;html=1;fillColor=#9DC3F4;strokeColor=#3B5C91;strokeWidth=1;fontFamily=Comic Sans MS;" value="" vertex="1">
          <mxGeometry height="10" width="10" x="844" y="442" as="geometry" />
        </mxCell>
        <mxCell id="v83" parent="1" style="ellipse;whiteSpace=wrap;html=1;fillColor=#9DC3F4;strokeColor=#3B5C91;strokeWidth=1;fontFamily=Comic Sans MS;" value="" vertex="1">
          <mxGeometry height="10" width="10" x="867" y="410" as="geometry" />
        </mxCell>
        <mxCell id="v84" parent="1" style="ellipse;whiteSpace=wrap;html=1;fillColor=#9DC3F4;strokeColor=#3B5C91;strokeWidth=1;fontFamily=Comic Sans MS;" value="" vertex="1">
          <mxGeometry height="10" width="10" x="867" y="431" as="geometry" />
        </mxCell>
        <mxCell id="e85" edge="1" parent="1" source="v78" style="edgeStyle=none;html=1;strokeColor=#344D78;strokeWidth=1;endArrow=none;fontFamily=Comic Sans MS;" target="v80" value="">
          <mxGeometry relative="1" as="geometry" />
        </mxCell>
        <mxCell id="e86" edge="1" parent="1" source="v78" style="edgeStyle=none;html=1;strokeColor=#344D78;strokeWidth=1;endArrow=none;fontFamily=Comic Sans MS;" target="v81" value="">
          <mxGeometry relative="1" as="geometry" />
        </mxCell>
        <mxCell id="e87" edge="1" parent="1" source="v78" style="edgeStyle=none;html=1;strokeColor=#344D78;strokeWidth=1;endArrow=none;fontFamily=Comic Sans MS;" target="v82" value="">
          <mxGeometry relative="1" as="geometry" />
        </mxCell>
        <mxCell id="e88" edge="1" parent="1" source="v79" style="edgeStyle=none;html=1;strokeColor=#344D78;strokeWidth=1;endArrow=none;fontFamily=Comic Sans MS;" target="v80" value="">
          <mxGeometry relative="1" as="geometry" />
        </mxCell>
        <mxCell id="e89" edge="1" parent="1" source="v79" style="edgeStyle=none;html=1;strokeColor=#344D78;strokeWidth=1;endArrow=none;fontFamily=Comic Sans MS;" target="v81" value="">
          <mxGeometry relative="1" as="geometry" />
        </mxCell>
        <mxCell id="e90" edge="1" parent="1" source="v79" style="edgeStyle=none;html=1;strokeColor=#344D78;strokeWidth=1;endArrow=none;fontFamily=Comic Sans MS;" target="v82" value="">
          <mxGeometry relative="1" as="geometry" />
        </mxCell>
        <mxCell id="e91" edge="1" parent="1" source="v80" style="edgeStyle=none;html=1;strokeColor=#344D78;strokeWidth=1;endArrow=none;fontFamily=Comic Sans MS;" target="v83" value="">
          <mxGeometry relative="1" as="geometry" />
        </mxCell>
        <mxCell id="e92" edge="1" parent="1" source="v80" style="edgeStyle=none;html=1;strokeColor=#344D78;strokeWidth=1;endArrow=none;fontFamily=Comic Sans MS;" target="v84" value="">
          <mxGeometry relative="1" as="geometry" />
        </mxCell>
        <mxCell id="e93" edge="1" parent="1" source="v81" style="edgeStyle=none;html=1;strokeColor=#344D78;strokeWidth=1;endArrow=none;fontFamily=Comic Sans MS;" target="v83" value="">
          <mxGeometry relative="1" as="geometry" />
        </mxCell>
        <mxCell id="e94" edge="1" parent="1" source="v81" style="edgeStyle=none;html=1;strokeColor=#344D78;strokeWidth=1;endArrow=none;fontFamily=Comic Sans MS;" target="v84" value="">
          <mxGeometry relative="1" as="geometry" />
        </mxCell>
        <mxCell id="e95" edge="1" parent="1" source="v82" style="edgeStyle=none;html=1;strokeColor=#344D78;strokeWidth=1;endArrow=none;fontFamily=Comic Sans MS;" target="v83" value="">
          <mxGeometry relative="1" as="geometry" />
        </mxCell>
        <mxCell id="e96" edge="1" parent="1" source="v82" style="edgeStyle=none;html=1;strokeColor=#344D78;strokeWidth=1;endArrow=none;fontFamily=Comic Sans MS;" target="v84" value="">
          <mxGeometry relative="1" as="geometry" />
        </mxCell>
        <mxCell id="v97" parent="1" style="ellipse;whiteSpace=wrap;html=1;fillColor=#9A76D6;strokeColor=#9A76D6;strokeWidth=0;fontFamily=Comic Sans MS;" value="" vertex="1">
          <mxGeometry height="14" width="14" x="949" y="413" as="geometry" />
        </mxCell>
        <mxCell id="v98" parent="1" style="ellipse;whiteSpace=wrap;html=1;fillColor=#9A76D6;strokeColor=#9A76D6;strokeWidth=0;fontFamily=Comic Sans MS;" value="" vertex="1">
          <mxGeometry height="14" width="14" x="967" y="397" as="geometry" />
        </mxCell>
        <mxCell id="v99" parent="1" style="ellipse;whiteSpace=wrap;html=1;fillColor=#9A76D6;strokeColor=#9A76D6;strokeWidth=0;fontFamily=Comic Sans MS;" value="" vertex="1">
          <mxGeometry height="14" width="14" x="967" y="429" as="geometry" />
        </mxCell>
        <mxCell id="v100" parent="1" style="ellipse;whiteSpace=wrap;html=1;fillColor=#9A76D6;strokeColor=#9A76D6;strokeWidth=0;fontFamily=Comic Sans MS;" value="" vertex="1">
          <mxGeometry height="14" width="14" x="985" y="413" as="geometry" />
        </mxCell>
        <mxCell id="v101" parent="1" style="ellipse;whiteSpace=wrap;html=1;fillColor=#9A76D6;strokeColor=#9A76D6;strokeWidth=0;fontFamily=Comic Sans MS;" value="" vertex="1">
          <mxGeometry height="14" width="14" x="1003" y="397" as="geometry" />
        </mxCell>
        <mxCell id="v102" parent="1" style="ellipse;whiteSpace=wrap;html=1;fillColor=#9A76D6;strokeColor=#9A76D6;strokeWidth=0;fontFamily=Comic Sans MS;" value="" vertex="1">
          <mxGeometry height="14" width="14" x="1003" y="429" as="geometry" />
        </mxCell>
        <mxCell id="v103" parent="1" style="ellipse;whiteSpace=wrap;html=1;fillColor=#9A76D6;strokeColor=#9A76D6;strokeWidth=0;fontFamily=Comic Sans MS;" value="" vertex="1">
          <mxGeometry height="14" width="14" x="1021" y="413" as="geometry" />
        </mxCell>
        <mxCell id="e104" edge="1" parent="1" source="v97" style="edgeStyle=none;html=1;strokeColor=#8C71D7;strokeWidth=2;endArrow=none;fontFamily=Comic Sans MS;" target="v98" value="">
          <mxGeometry relative="1" as="geometry" />
        </mxCell>
        <mxCell id="e105" edge="1" parent="1" source="v97" style="edgeStyle=none;html=1;strokeColor=#8C71D7;strokeWidth=2;endArrow=none;fontFamily=Comic Sans MS;" target="v99" value="">
          <mxGeometry relative="1" as="geometry" />
        </mxCell>
        <mxCell id="e106" edge="1" parent="1" source="v98" style="edgeStyle=none;html=1;strokeColor=#8C71D7;strokeWidth=2;endArrow=none;fontFamily=Comic Sans MS;" target="v100" value="">
          <mxGeometry relative="1" as="geometry" />
        </mxCell>
        <mxCell id="e107" edge="1" parent="1" source="v99" style="edgeStyle=none;html=1;strokeColor=#8C71D7;strokeWidth=2;endArrow=none;fontFamily=Comic Sans MS;" target="v100" value="">
          <mxGeometry relative="1" as="geometry" />
        </mxCell>
        <mxCell id="e108" edge="1" parent="1" source="v100" style="edgeStyle=none;html=1;strokeColor=#8C71D7;strokeWidth=2;endArrow=none;fontFamily=Comic Sans MS;" target="v101" value="">
          <mxGeometry relative="1" as="geometry" />
        </mxCell>
        <mxCell id="e109" edge="1" parent="1" source="v100" style="edgeStyle=none;html=1;strokeColor=#8C71D7;strokeWidth=2;endArrow=none;fontFamily=Comic Sans MS;" target="v102" value="">
          <mxGeometry relative="1" as="geometry" />
        </mxCell>
        <mxCell id="e110" edge="1" parent="1" source="v101" style="edgeStyle=none;html=1;strokeColor=#8C71D7;strokeWidth=2;endArrow=none;fontFamily=Comic Sans MS;" target="v103" value="">
          <mxGeometry relative="1" as="geometry" />
        </mxCell>
        <mxCell id="e111" edge="1" parent="1" source="v102" style="edgeStyle=none;html=1;strokeColor=#8C71D7;strokeWidth=2;endArrow=none;fontFamily=Comic Sans MS;" target="v103" value="">
          <mxGeometry relative="1" as="geometry" />
        </mxCell>
        <mxCell id="v112" parent="1" style="shape=rect;fillColor=#E3C75E;strokeColor=#806B2A;strokeWidth=1;fontFamily=Comic Sans MS;" value="" vertex="1">
          <mxGeometry height="19" width="19" x="1080" y="400" as="geometry" />
        </mxCell>
        <mxCell id="v113" parent="1" style="shape=rect;fillColor=#F5E8A6;strokeColor=#806B2A;strokeWidth=1;fontFamily=Comic Sans MS;" value="" vertex="1">
          <mxGeometry height="19" width="19" x="1099" y="400" as="geometry" />
        </mxCell>
        <mxCell id="v114" parent="1" style="shape=rect;fillColor=#E3C75E;strokeColor=#806B2A;strokeWidth=1;fontFamily=Comic Sans MS;" value="" vertex="1">
          <mxGeometry height="19" width="19" x="1118" y="400" as="geometry" />
        </mxCell>
        <mxCell id="v115" parent="1" style="shape=rect;fillColor=#F5E8A6;strokeColor=#806B2A;strokeWidth=1;fontFamily=Comic Sans MS;" value="" vertex="1">
          <mxGeometry height="19" width="19" x="1080" y="419" as="geometry" />
        </mxCell>
        <mxCell id="v116" parent="1" style="shape=rect;fillColor=#E3C75E;strokeColor=#806B2A;strokeWidth=1;fontFamily=Comic Sans MS;" value="" vertex="1">
          <mxGeometry height="19" width="19" x="1099" y="419" as="geometry" />
        </mxCell>
        <mxCell id="v117" parent="1" style="shape=rect;fillColor=#F5E8A6;strokeColor=#806B2A;strokeWidth=1;fontFamily=Comic Sans MS;" value="" vertex="1">
          <mxGeometry height="19" width="19" x="1118" y="419" as="geometry" />
        </mxCell>
        <mxCell id="v118" parent="1" style="shape=rect;fillColor=#E3C75E;strokeColor=#806B2A;strokeWidth=1;fontFamily=Comic Sans MS;" value="" vertex="1">
          <mxGeometry height="19" width="19" x="1080" y="438" as="geometry" />
        </mxCell>
        <mxCell id="v119" parent="1" style="shape=rect;fillColor=#F5E8A6;strokeColor=#806B2A;strokeWidth=1;fontFamily=Comic Sans MS;" value="" vertex="1">
          <mxGeometry height="19" width="19" x="1099" y="438" as="geometry" />
        </mxCell>
        <mxCell id="v120" parent="1" style="shape=rect;fillColor=#E3C75E;strokeColor=#806B2A;strokeWidth=1;fontFamily=Comic Sans MS;" value="" vertex="1">
          <mxGeometry height="19" width="19" x="1118" y="438" as="geometry" />
        </mxCell>
        <mxCell id="v121" parent="1" style="shape=parallelogram;fillColor=#F6E9A9;strokeColor=#806B2A;strokeWidth=1;fontFamily=Comic Sans MS;size=0.15441176470588236;" value="" vertex="1">
          <mxGeometry height="11.5" width="68" x="1080" y="388" as="geometry" />
        </mxCell>
        <mxCell id="v122" parent="1" style="shape=parallelogram;direction=south;fillColor=#D9B94D;strokeColor=#806B2A;strokeWidth=1;fontFamily=Comic Sans MS;flipV=1;legacyAnchorPoints=0;size=0.16970802919708028;" value="" vertex="1">
          <mxGeometry height="68.5" width="11" x="1138" y="388" as="geometry" />
        </mxCell>
        <mxCell id="v123" parent="1" style="rounded=1;arcSize=20;whiteSpace=wrap;html=1;fillColor=#A9D6A6;strokeColor=#7762B0;strokeWidth=1;fontFamily=Comic Sans MS;" value="" vertex="1">
          <mxGeometry height="22" width="19" x="1200" y="408" as="geometry" />
        </mxCell>
        <mxCell id="v124" parent="1" style="rounded=1;arcSize=20;whiteSpace=wrap;html=1;fillColor=#8D70D2;strokeColor=#7762B0;strokeWidth=1;fontFamily=Comic Sans MS;" value="" vertex="1">
          <mxGeometry height="22" width="19" x="1224" y="408" as="geometry" />
        </mxCell>
        <mxCell id="v125" parent="1" style="rounded=1;arcSize=20;whiteSpace=wrap;html=1;fillColor=#B79ADB;strokeColor=#7762B0;strokeWidth=1;fontFamily=Comic Sans MS;" value="" vertex="1">
          <mxGeometry height="22" width="19" x="1248" y="408" as="geometry" />
        </mxCell>
        <mxCell id="v127" parent="1" style="shape=line;strokeColor=#8B75D4;strokeWidth=1;dashed=1;dashPattern=6 4;fontFamily=Comic Sans MS;" value="" vertex="1">
          <mxGeometry height="1" width="620" x="685" y="476" as="geometry" />
        </mxCell>
        <mxCell id="v128" parent="1" style="text;html=1;whiteSpace=wrap;align=center;verticalAlign=middle;fontFamily=Comic Sans MS;fontSize=19;fontColor=#222222;fontStyle=0;spacing=0;" value="&lt;span style=&quot;color: light-dark(rgb(110, 79, 197), rgb(237, 237, 237));&quot;&gt;&lt;font&gt;解耦出语言特征，降低声学建模复杂度，缓解文本到声学映射困难&lt;/font&gt;&lt;/span&gt;" vertex="1">
          <mxGeometry height="30" width="575" x="707" y="485" as="geometry" />
        </mxCell>
        <mxCell id="v129" parent="1" style="rounded=1;arcSize=8;whiteSpace=wrap;html=1;fillColor=#F7FAFF;strokeColor=#9DB8E7;strokeWidth=1.5;fontFamily=Comic Sans MS;" value="" vertex="1">
          <mxGeometry height="138" width="105" x="677" y="632" as="geometry" />
        </mxCell>
        <mxCell id="v130" parent="1" style="text;html=1;whiteSpace=wrap;align=center;verticalAlign=middle;fontFamily=Comic Sans MS;fontSize=15;fontColor=#111111;fontStyle=0;spacing=0;" value="&lt;font style=&quot;font-size: 20px;&quot;&gt;reference speech&lt;/font&gt;" vertex="1">
          <mxGeometry height="42" width="95" x="682" y="640" as="geometry" />
        </mxCell>
        <mxCell id="v131" parent="1" style="rounded=1;arcSize=8;whiteSpace=wrap;html=1;fillColor=#F7FAFF;strokeColor=#9DB8E7;strokeWidth=1.5;fontFamily=Comic Sans MS;" value="" vertex="1">
          <mxGeometry height="138" width="105" x="804" y="632" as="geometry" />
        </mxCell>
        <mxCell id="v132" parent="1" style="text;html=1;whiteSpace=wrap;align=center;verticalAlign=middle;fontFamily=Comic Sans MS;fontSize=15;fontColor=#111111;fontStyle=0;spacing=0;" value="&lt;font style=&quot;font-size: 20px;&quot;&gt;wav2vec&lt;br&gt;2.0&lt;/font&gt;" vertex="1">
          <mxGeometry height="42" width="95" x="809" y="640" as="geometry" />
        </mxCell>
        <mxCell id="v133" parent="1" style="rounded=1;arcSize=8;whiteSpace=wrap;html=1;fillColor=#FCFAFF;strokeColor=#C5B4EC;strokeWidth=1.5;fontFamily=Comic Sans MS;" value="" vertex="1">
          <mxGeometry height="138" width="105" x="931" y="632" as="geometry" />
        </mxCell>
        <mxCell id="v134" parent="1" style="text;html=1;whiteSpace=wrap;align=center;verticalAlign=middle;fontFamily=Comic Sans MS;fontSize=15;fontColor=#111111;fontStyle=0;spacing=0;" value="&lt;font style=&quot;font-size: 20px;&quot;&gt;Masking Weight&lt;/font&gt;" vertex="1">
          <mxGeometry height="42" width="95" x="936" y="640" as="geometry" />
        </mxCell>
        <mxCell id="v135" parent="1" style="rounded=1;arcSize=8;whiteSpace=wrap;html=1;fillColor=#FFF9E9;strokeColor=#E5C976;strokeWidth=1.5;fontFamily=Comic Sans MS;" value="" vertex="1">
          <mxGeometry height="138" width="105" x="1058" y="632" as="geometry" />
        </mxCell>
        <mxCell id="v136" parent="1" style="text;html=1;whiteSpace=wrap;align=center;verticalAlign=middle;fontFamily=Comic Sans MS;fontSize=15;fontColor=#111111;fontStyle=0;spacing=0;" value="&lt;font style=&quot;font-size: 20px;&quot;&gt;Emotion&lt;br&gt;Attention&lt;/font&gt;" vertex="1">
          <mxGeometry height="42" width="95" x="1063" y="640" as="geometry" />
        </mxCell>
        <mxCell id="v137" parent="1" style="rounded=1;arcSize=8;whiteSpace=wrap;html=1;fillColor=#F7FCF8;strokeColor=#AACDAE;strokeWidth=1.5;fontFamily=Comic Sans MS;" value="" vertex="1">
          <mxGeometry height="138" width="105" x="1185" y="632" as="geometry" />
        </mxCell>
        <mxCell id="v138" parent="1" style="text;html=1;whiteSpace=wrap;align=center;verticalAlign=middle;fontFamily=Comic Sans MS;fontSize=15;fontColor=#111111;fontStyle=0;spacing=0;" value="&lt;span style=&quot;font-size: 20px;&quot;&gt;emotion embedding&lt;/span&gt;" vertex="1">
          <mxGeometry height="42" width="95" x="1190" y="640" as="geometry" />
        </mxCell>
        <mxCell id="e139" edge="1" parent="1" source="v129" style="edgeStyle=orthogonalEdgeStyle;rounded=0;html=1;strokeColor=#111111;strokeWidth=2;endArrow=block;endFill=1;fontFamily=Comic Sans MS;" target="v131" value="">
          <mxGeometry relative="1" as="geometry" />
        </mxCell>
        <mxCell id="e140" edge="1" parent="1" source="v131" style="edgeStyle=orthogonalEdgeStyle;rounded=0;html=1;strokeColor=#111111;strokeWidth=2;endArrow=block;endFill=1;fontFamily=Comic Sans MS;" target="v133" value="">
          <mxGeometry relative="1" as="geometry" />
        </mxCell>
        <mxCell id="e141" edge="1" parent="1" source="v133" style="edgeStyle=orthogonalEdgeStyle;rounded=0;html=1;strokeColor=#111111;strokeWidth=2;endArrow=block;endFill=1;fontFamily=Comic Sans MS;" target="v135" value="">
          <mxGeometry relative="1" as="geometry" />
        </mxCell>
        <mxCell id="e142" edge="1" parent="1" source="v135" style="edgeStyle=orthogonalEdgeStyle;rounded=0;html=1;strokeColor=#111111;strokeWidth=2;endArrow=block;endFill=1;fontFamily=Comic Sans MS;" target="v137" value="">
          <mxGeometry relative="1" as="geometry" />
        </mxCell>
        <mxCell id="e143" edge="1" parent="1" style="edgeStyle=none;html=1;strokeColor=#3D75CC;strokeWidth=2;endArrow=none;" value="">
          <mxGeometry relative="1" as="geometry">
            <Array as="points">
              <mxPoint x="687" y="731" />
              <mxPoint x="692" y="731" />
            </Array>
          </mxGeometry>
        </mxCell>
        <mxCell id="e144" edge="1" parent="1" style="edgeStyle=none;html=1;strokeColor=#3D75CC;strokeWidth=2;endArrow=none;" value="">
          <mxGeometry relative="1" as="geometry">
            <Array as="points">
              <mxPoint x="692" y="731" />
              <mxPoint x="696" y="724" />
            </Array>
          </mxGeometry>
        </mxCell>
        <mxCell id="e145" edge="1" parent="1" style="edgeStyle=none;html=1;strokeColor=#3D75CC;strokeWidth=2;endArrow=none;" value="">
          <mxGeometry relative="1" as="geometry">
            <Array as="points">
              <mxPoint x="696" y="724" />
              <mxPoint x="700" y="741" />
            </Array>
          </mxGeometry>
        </mxCell>
        <mxCell id="e146" edge="1" parent="1" style="edgeStyle=none;html=1;strokeColor=#3D75CC;strokeWidth=2;endArrow=none;" value="">
          <mxGeometry relative="1" as="geometry">
            <Array as="points">
              <mxPoint x="700" y="741" />
              <mxPoint x="704" y="713" />
            </Array>
          </mxGeometry>
        </mxCell>
        <mxCell id="e147" edge="1" parent="1" style="edgeStyle=none;html=1;strokeColor=#3D75CC;strokeWidth=2;endArrow=none;" value="">
          <mxGeometry relative="1" as="geometry">
            <Array as="points">
              <mxPoint x="704" y="713" />
              <mxPoint x="708" y="748" />
            </Array>
          </mxGeometry>
        </mxCell>
        <mxCell id="e148" edge="1" parent="1" style="edgeStyle=none;html=1;strokeColor=#3D75CC;strokeWidth=2;endArrow=none;" value="">
          <mxGeometry relative="1" as="geometry">
            <Array as="points">
              <mxPoint x="708" y="748" />
              <mxPoint x="712" y="722" />
            </Array>
          </mxGeometry>
        </mxCell>
        <mxCell id="e149" edge="1" parent="1" style="edgeStyle=none;html=1;strokeColor=#3D75CC;strokeWidth=2;endArrow=none;" value="">
          <mxGeometry relative="1" as="geometry">
            <Array as="points">
              <mxPoint x="712" y="722" />
              <mxPoint x="716" y="739" />
            </Array>
          </mxGeometry>
        </mxCell>
        <mxCell id="e150" edge="1" parent="1" style="edgeStyle=none;html=1;strokeColor=#3D75CC;strokeWidth=2;endArrow=none;" value="">
          <mxGeometry relative="1" as="geometry">
            <Array as="points">
              <mxPoint x="716" y="739" />
              <mxPoint x="720" y="715" />
            </Array>
          </mxGeometry>
        </mxCell>
        <mxCell id="e151" edge="1" parent="1" style="edgeStyle=none;html=1;strokeColor=#3D75CC;strokeWidth=2;endArrow=none;" value="">
          <mxGeometry relative="1" as="geometry">
            <Array as="points">
              <mxPoint x="720" y="715" />
              <mxPoint x="724" y="747" />
            </Array>
          </mxGeometry>
        </mxCell>
        <mxCell id="e152" edge="1" parent="1" style="edgeStyle=none;html=1;strokeColor=#3D75CC;strokeWidth=2;endArrow=none;" value="">
          <mxGeometry relative="1" as="geometry">
            <Array as="points">
              <mxPoint x="724" y="747" />
              <mxPoint x="728" y="727" />
            </Array>
          </mxGeometry>
        </mxCell>
        <mxCell id="e153" edge="1" parent="1" style="edgeStyle=none;html=1;strokeColor=#3D75CC;strokeWidth=2;endArrow=none;" value="">
          <mxGeometry relative="1" as="geometry">
            <Array as="points">
              <mxPoint x="728" y="727" />
              <mxPoint x="732" y="734" />
            </Array>
          </mxGeometry>
        </mxCell>
        <mxCell id="e154" edge="1" parent="1" style="edgeStyle=none;html=1;strokeColor=#3D75CC;strokeWidth=2;endArrow=none;" value="">
          <mxGeometry relative="1" as="geometry">
            <Array as="points">
              <mxPoint x="732" y="734" />
              <mxPoint x="736" y="720" />
            </Array>
          </mxGeometry>
        </mxCell>
        <mxCell id="e155" edge="1" parent="1" style="edgeStyle=none;html=1;strokeColor=#3D75CC;strokeWidth=2;endArrow=none;" value="">
          <mxGeometry relative="1" as="geometry">
            <Array as="points">
              <mxPoint x="736" y="720" />
              <mxPoint x="740" y="744" />
            </Array>
          </mxGeometry>
        </mxCell>
        <mxCell id="e156" edge="1" parent="1" style="edgeStyle=none;html=1;strokeColor=#3D75CC;strokeWidth=2;endArrow=none;" value="">
          <mxGeometry relative="1" as="geometry">
            <Array as="points">
              <mxPoint x="740" y="744" />
              <mxPoint x="744" y="725" />
            </Array>
          </mxGeometry>
        </mxCell>
        <mxCell id="e157" edge="1" parent="1" style="edgeStyle=none;html=1;strokeColor=#3D75CC;strokeWidth=2;endArrow=none;" value="">
          <mxGeometry relative="1" as="geometry">
            <Array as="points">
              <mxPoint x="744" y="725" />
              <mxPoint x="748" y="735" />
            </Array>
          </mxGeometry>
        </mxCell>
        <mxCell id="e158" edge="1" parent="1" style="edgeStyle=none;html=1;strokeColor=#3D75CC;strokeWidth=2;endArrow=none;" value="">
          <mxGeometry relative="1" as="geometry">
            <Array as="points">
              <mxPoint x="748" y="735" />
              <mxPoint x="754" y="731" />
            </Array>
          </mxGeometry>
        </mxCell>
        <mxCell id="e159" edge="1" parent="1" style="edgeStyle=none;html=1;strokeColor=#3D75CC;strokeWidth=2;endArrow=none;" value="">
          <mxGeometry relative="1" as="geometry">
            <Array as="points">
              <mxPoint x="754" y="731" />
              <mxPoint x="763" y="731" />
            </Array>
          </mxGeometry>
        </mxCell>
        <mxCell id="v160" parent="1" style="ellipse;whiteSpace=wrap;html=1;fillColor=#8AB3EA;strokeColor=#466392;strokeWidth=1;fontFamily=Comic Sans MS;" value="" vertex="1">
          <mxGeometry height="10" width="10" x="821" y="713" as="geometry" />
        </mxCell>
        <mxCell id="v161" parent="1" style="ellipse;whiteSpace=wrap;html=1;fillColor=#8AB3EA;strokeColor=#466392;strokeWidth=1;fontFamily=Comic Sans MS;" value="" vertex="1">
          <mxGeometry height="10" width="10" x="821" y="736" as="geometry" />
        </mxCell>
        <mxCell id="v162" parent="1" style="ellipse;whiteSpace=wrap;html=1;fillColor=#8AB3EA;strokeColor=#466392;strokeWidth=1;fontFamily=Comic Sans MS;" value="" vertex="1">
          <mxGeometry height="10" width="10" x="844" y="701" as="geometry" />
        </mxCell>
        <mxCell id="v163" parent="1" style="ellipse;whiteSpace=wrap;html=1;fillColor=#8AB3EA;strokeColor=#466392;strokeWidth=1;fontFamily=Comic Sans MS;" value="" vertex="1">
          <mxGeometry height="10" width="10" x="844" y="724" as="geometry" />
        </mxCell>
        <mxCell id="v164" parent="1" style="ellipse;whiteSpace=wrap;html=1;fillColor=#8AB3EA;strokeColor=#466392;strokeWidth=1;fontFamily=Comic Sans MS;" value="" vertex="1">
          <mxGeometry height="10" width="10" x="844" y="747" as="geometry" />
        </mxCell>
        <mxCell id="v165" parent="1" style="ellipse;whiteSpace=wrap;html=1;fillColor=#8AB3EA;strokeColor=#466392;strokeWidth=1;fontFamily=Comic Sans MS;" value="" vertex="1">
          <mxGeometry height="10" width="10" x="867" y="713" as="geometry" />
        </mxCell>
        <mxCell id="v166" parent="1" style="ellipse;whiteSpace=wrap;html=1;fillColor=#8AB3EA;strokeColor=#466392;strokeWidth=1;fontFamily=Comic Sans MS;" value="" vertex="1">
          <mxGeometry height="10" width="10" x="867" y="736" as="geometry" />
        </mxCell>
        <mxCell id="e167" edge="1" parent="1" source="v160" style="edgeStyle=none;html=1;strokeColor=#49648A;strokeWidth=1;endArrow=none;fontFamily=Comic Sans MS;" target="v162" value="">
          <mxGeometry relative="1" as="geometry" />
        </mxCell>
        <mxCell id="e168" edge="1" parent="1" source="v160" style="edgeStyle=none;html=1;strokeColor=#49648A;strokeWidth=1;endArrow=none;fontFamily=Comic Sans MS;" target="v163" value="">
          <mxGeometry relative="1" as="geometry" />
        </mxCell>
        <mxCell id="e169" edge="1" parent="1" source="v160" style="edgeStyle=none;html=1;strokeColor=#49648A;strokeWidth=1;endArrow=none;fontFamily=Comic Sans MS;" target="v164" value="">
          <mxGeometry relative="1" as="geometry" />
        </mxCell>
        <mxCell id="e170" edge="1" parent="1" source="v161" style="edgeStyle=none;html=1;strokeColor=#49648A;strokeWidth=1;endArrow=none;fontFamily=Comic Sans MS;" target="v162" value="">
          <mxGeometry relative="1" as="geometry" />
        </mxCell>
        <mxCell id="e171" edge="1" parent="1" source="v161" style="edgeStyle=none;html=1;strokeColor=#49648A;strokeWidth=1;endArrow=none;fontFamily=Comic Sans MS;" target="v163" value="">
          <mxGeometry relative="1" as="geometry" />
        </mxCell>
        <mxCell id="e172" edge="1" parent="1" source="v161" style="edgeStyle=none;html=1;strokeColor=#49648A;strokeWidth=1;endArrow=none;fontFamily=Comic Sans MS;" target="v164" value="">
          <mxGeometry relative="1" as="geometry" />
        </mxCell>
        <mxCell id="e173" edge="1" parent="1" source="v162" style="edgeStyle=none;html=1;strokeColor=#49648A;strokeWidth=1;endArrow=none;fontFamily=Comic Sans MS;" target="v165" value="">
          <mxGeometry relative="1" as="geometry" />
        </mxCell>
        <mxCell id="e174" edge="1" parent="1" source="v162" style="edgeStyle=none;html=1;strokeColor=#49648A;strokeWidth=1;endArrow=none;fontFamily=Comic Sans MS;" target="v166" value="">
          <mxGeometry relative="1" as="geometry" />
        </mxCell>
        <mxCell id="e175" edge="1" parent="1" source="v163" style="edgeStyle=none;html=1;strokeColor=#49648A;strokeWidth=1;endArrow=none;fontFamily=Comic Sans MS;" target="v165" value="">
          <mxGeometry relative="1" as="geometry" />
        </mxCell>
        <mxCell id="e176" edge="1" parent="1" source="v163" style="edgeStyle=none;html=1;strokeColor=#49648A;strokeWidth=1;endArrow=none;fontFamily=Comic Sans MS;" target="v166" value="">
          <mxGeometry relative="1" as="geometry" />
        </mxCell>
        <mxCell id="e177" edge="1" parent="1" source="v164" style="edgeStyle=none;html=1;strokeColor=#49648A;strokeWidth=1;endArrow=none;fontFamily=Comic Sans MS;" target="v165" value="">
          <mxGeometry relative="1" as="geometry" />
        </mxCell>
        <mxCell id="e178" edge="1" parent="1" source="v164" style="edgeStyle=none;html=1;strokeColor=#49648A;strokeWidth=1;endArrow=none;fontFamily=Comic Sans MS;" target="v166" value="">
          <mxGeometry relative="1" as="geometry" />
        </mxCell>
        <mxCell id="v195" parent="1" style="shape=rect;fillColor=#FFFFFF;strokeColor=#333333;strokeWidth=1;fontFamily=Comic Sans MS;" value="" vertex="1">
          <mxGeometry height="12" width="12" x="1070" y="704" as="geometry" />
        </mxCell>
        <mxCell id="v196" parent="1" style="shape=rect;fillColor=#8F6BCF;strokeColor=#513B96;strokeWidth=1;fontFamily=Comic Sans MS;" value="" vertex="1">
          <mxGeometry height="16" width="16" x="1068" y="742" as="geometry" />
        </mxCell>
        <mxCell id="v197" parent="1" style="shape=rect;fillColor=#FFFFFF;strokeColor=#333333;strokeWidth=1;fontFamily=Comic Sans MS;" value="" vertex="1">
          <mxGeometry height="12" width="12" x="1088" y="704" as="geometry" />
        </mxCell>
        <mxCell id="v198" parent="1" style="shape=rect;fillColor=#8F6BCF;strokeColor=#513B96;strokeWidth=1;fontFamily=Comic Sans MS;" value="" vertex="1">
          <mxGeometry height="16" width="16" x="1088" y="742" as="geometry" />
        </mxCell>
        <mxCell id="v199" parent="1" style="shape=rect;fillColor=#FFFFFF;strokeColor=#333333;strokeWidth=1;fontFamily=Comic Sans MS;" value="" vertex="1">
          <mxGeometry height="12" width="12" x="1106" y="704" as="geometry" />
        </mxCell>
        <mxCell id="v200" parent="1" style="shape=rect;fillColor=#8F6BCF;strokeColor=#513B96;strokeWidth=1;fontFamily=Comic Sans MS;" value="" vertex="1">
          <mxGeometry height="16" width="16" x="1108" y="742" as="geometry" />
        </mxCell>
        <mxCell id="v201" parent="1" style="shape=rect;fillColor=#FFFFFF;strokeColor=#333333;strokeWidth=1;fontFamily=Comic Sans MS;" value="" vertex="1">
          <mxGeometry height="12" width="12" x="1124" y="704" as="geometry" />
        </mxCell>
        <mxCell id="v202" parent="1" style="shape=rect;fillColor=#8F6BCF;strokeColor=#513B96;strokeWidth=1;fontFamily=Comic Sans MS;" value="" vertex="1">
          <mxGeometry height="16" width="16" x="1128" y="742" as="geometry" />
        </mxCell>
        <mxCell id="v203" parent="1" style="shape=rect;fillColor=#FFFFFF;strokeColor=#333333;strokeWidth=1;fontFamily=Comic Sans MS;" value="" vertex="1">
          <mxGeometry height="12" width="12" x="1142" y="704" as="geometry" />
        </mxCell>
        <mxCell id="v204" parent="1" style="shape=rect;fillColor=#8F6BCF;strokeColor=#513B96;strokeWidth=1;fontFamily=Comic Sans MS;" value="" vertex="1">
          <mxGeometry height="16" width="16" x="1148" y="742" as="geometry" />
        </mxCell>
        <mxCell id="e205" edge="1" parent="1" source="v195" style="edgeStyle=none;html=1;strokeColor=#555555;strokeWidth=1;endArrow=none;fontFamily=Comic Sans MS;" target="v196" value="">
          <mxGeometry relative="1" as="geometry" />
        </mxCell>
        <mxCell id="e206" edge="1" parent="1" source="v195" style="edgeStyle=none;html=1;strokeColor=#555555;strokeWidth=1;endArrow=none;fontFamily=Comic Sans MS;" target="v198" value="">
          <mxGeometry relative="1" as="geometry" />
        </mxCell>
        <mxCell id="e207" edge="1" parent="1" source="v197" style="edgeStyle=none;html=1;strokeColor=#555555;strokeWidth=1;endArrow=none;fontFamily=Comic Sans MS;" target="v196" value="">
          <mxGeometry relative="1" as="geometry" />
        </mxCell>
        <mxCell id="e208" edge="1" parent="1" source="v197" style="edgeStyle=none;html=1;strokeColor=#555555;strokeWidth=1;endArrow=none;fontFamily=Comic Sans MS;" target="v198" value="">
          <mxGeometry relative="1" as="geometry" />
        </mxCell>
        <mxCell id="e209" edge="1" parent="1" source="v197" style="edgeStyle=none;html=1;strokeColor=#555555;strokeWidth=1;endArrow=none;fontFamily=Comic Sans MS;" target="v200" value="">
          <mxGeometry relative="1" as="geometry" />
        </mxCell>
        <mxCell id="e210" edge="1" parent="1" source="v199" style="edgeStyle=none;html=1;strokeColor=#555555;strokeWidth=1;endArrow=none;fontFamily=Comic Sans MS;" target="v198" value="">
          <mxGeometry relative="1" as="geometry" />
        </mxCell>
        <mxCell id="e211" edge="1" parent="1" source="v199" style="edgeStyle=none;html=1;strokeColor=#555555;strokeWidth=1;endArrow=none;fontFamily=Comic Sans MS;" target="v200" value="">
          <mxGeometry relative="1" as="geometry" />
        </mxCell>
        <mxCell id="e212" edge="1" parent="1" source="v199" style="edgeStyle=none;html=1;strokeColor=#555555;strokeWidth=1;endArrow=none;fontFamily=Comic Sans MS;" target="v202" value="">
          <mxGeometry relative="1" as="geometry" />
        </mxCell>
        <mxCell id="e213" edge="1" parent="1" source="v201" style="edgeStyle=none;html=1;strokeColor=#555555;strokeWidth=1;endArrow=none;fontFamily=Comic Sans MS;" target="v200" value="">
          <mxGeometry relative="1" as="geometry" />
        </mxCell>
        <mxCell id="e214" edge="1" parent="1" source="v201" style="edgeStyle=none;html=1;strokeColor=#555555;strokeWidth=1;endArrow=none;fontFamily=Comic Sans MS;" target="v202" value="">
          <mxGeometry relative="1" as="geometry" />
        </mxCell>
        <mxCell id="e215" edge="1" parent="1" source="v201" style="edgeStyle=none;html=1;strokeColor=#555555;strokeWidth=1;endArrow=none;fontFamily=Comic Sans MS;" target="v204" value="">
          <mxGeometry relative="1" as="geometry" />
        </mxCell>
        <mxCell id="e216" edge="1" parent="1" source="v203" style="edgeStyle=none;html=1;strokeColor=#555555;strokeWidth=1;endArrow=none;fontFamily=Comic Sans MS;" target="v202" value="">
          <mxGeometry relative="1" as="geometry" />
        </mxCell>
        <mxCell id="e217" edge="1" parent="1" source="v203" style="edgeStyle=none;html=1;strokeColor=#555555;strokeWidth=1;endArrow=none;fontFamily=Comic Sans MS;" target="v204" value="">
          <mxGeometry relative="1" as="geometry" />
        </mxCell>
        <mxCell id="v218" parent="1" style="shape=rect;fillColor=#8B6AC7;gradientColor=#C6B4E7;gradientDirection=north;strokeColor=#6E55A9;strokeWidth=1;fontFamily=Comic Sans MS;" value="" vertex="1">
          <mxGeometry height="34" width="16" x="1198" y="714" as="geometry" />
        </mxCell>
        <mxCell id="v219" parent="1" style="shape=rect;fillColor=#8B6AC7;gradientColor=#C6B4E7;gradientDirection=north;strokeColor=#6E55A9;strokeWidth=1;fontFamily=Comic Sans MS;" value="" vertex="1">
          <mxGeometry height="42" width="16" x="1220" y="706" as="geometry" />
        </mxCell>
        <mxCell id="v220" parent="1" style="shape=rect;fillColor=#8B6AC7;gradientColor=#C6B4E7;gradientDirection=north;strokeColor=#6E55A9;strokeWidth=1;fontFamily=Comic Sans MS;" value="" vertex="1">
          <mxGeometry height="38" width="16" x="1242" y="710" as="geometry" />
        </mxCell>
        <mxCell id="v221" parent="1" style="shape=rect;fillColor=#8B6AC7;gradientColor=#C6B4E7;gradientDirection=north;strokeColor=#6E55A9;strokeWidth=1;fontFamily=Comic Sans MS;" value="" vertex="1">
          <mxGeometry height="31" width="16" x="1264" y="717" as="geometry" />
        </mxCell>
        <mxCell id="v223" parent="1" style="shape=line;strokeColor=#8B75D4;strokeWidth=1;dashed=1;dashPattern=6 4;fontFamily=Comic Sans MS;" value="" vertex="1">
          <mxGeometry height="1" width="620" x="685" y="786" as="geometry" />
        </mxCell>
        <mxCell id="v224" parent="1" style="text;html=1;whiteSpace=wrap;align=center;verticalAlign=middle;fontFamily=Comic Sans MS;fontSize=19;fontColor=#222222;fontStyle=0;spacing=0;" value="&lt;span style=&quot;color: rgb(110, 79, 197);&quot;&gt;解耦出情感特征，&lt;/span&gt;&lt;span style=&quot;color: light-dark(rgb(110, 79, 197), rgb(237, 237, 237));&quot;&gt;削弱非情感因素干扰&lt;/span&gt;" vertex="1">
          <mxGeometry height="30" width="580" x="705" y="795" as="geometry" />
        </mxCell>
        <mxCell id="e225" edge="1" parent="1" style="edgeStyle=orthogonalEdgeStyle;rounded=0;html=1;strokeColor=#5D43B3;strokeWidth=4;endArrow=none;" value="">
          <mxGeometry relative="1" as="geometry">
            <Array as="points">
              <mxPoint x="1322" y="378" />
              <mxPoint x="1355" y="378" />
              <mxPoint x="1355" y="519" />
            </Array>
          </mxGeometry>
        </mxCell>
        <mxCell id="e226" edge="1" parent="1" style="edgeStyle=orthogonalEdgeStyle;rounded=0;html=1;strokeColor=#5D43B3;strokeWidth=4;endArrow=none;" value="">
          <mxGeometry relative="1" as="geometry">
            <Array as="points">
              <mxPoint x="1322" y="695" />
              <mxPoint x="1355" y="695" />
              <mxPoint x="1355" y="519" />
            </Array>
          </mxGeometry>
        </mxCell>
        <mxCell id="e227" edge="1" parent="1" style="edgeStyle=orthogonalEdgeStyle;rounded=0;html=1;strokeColor=#5D43B3;strokeWidth=4;endArrow=block;endFill=1;" value="">
          <mxGeometry relative="1" as="geometry">
            <Array as="points">
              <mxPoint x="1355" y="519" />
              <mxPoint x="1403" y="519" />
            </Array>
          </mxGeometry>
        </mxCell>
        <mxCell id="v228" parent="1" style="ellipse;whiteSpace=wrap;html=1;fillColor=#FFFFFF;strokeColor=#D6C9EE;strokeWidth=5;fontFamily=Comic Sans MS;" value="" vertex="1">
          <mxGeometry height="135" width="135" x="1448" y="328" as="geometry" />
        </mxCell>
        <mxCell id="v229" parent="1" style="ellipse;whiteSpace=wrap;html=1;fillColor=#FFFFFF;strokeColor=#6F54BA;strokeWidth=9;fontFamily=Comic Sans MS;" value="" vertex="1">
          <mxGeometry height="92" width="92" x="1470" y="350" as="geometry" />
        </mxCell>
        <mxCell id="v230" parent="1" style="ellipse;whiteSpace=wrap;html=1;fillColor=#FFFFFF;strokeColor=#D6C9EE;strokeWidth=5;fontFamily=Comic Sans MS;align=center;verticalAlign=middle;fontSize=12;fontColor=default;" value="" vertex="1">
          <mxGeometry height="48" width="48" x="1492" y="372" as="geometry" />
        </mxCell>
        <mxCell id="v231" parent="1" style="ellipse;whiteSpace=wrap;html=1;fillColor=#6F54BA;strokeColor=#6F54BA;strokeWidth=0;fontFamily=Comic Sans MS;" value="" vertex="1">
          <mxGeometry height="16" width="16" x="1508" y="388" as="geometry" />
        </mxCell>
        <mxCell id="v234" parent="1" style="shape=line;strokeColor=#8B75D4;strokeWidth=1;dashed=1;dashPattern=6 4;fontFamily=Comic Sans MS;" value="" vertex="1">
          <mxGeometry height="1" width="180" x="1425" y="522" as="geometry" />
        </mxCell>
        <mxCell id="v235" parent="1" style="text;html=1;whiteSpace=wrap;align=center;verticalAlign=middle;fontFamily=Comic Sans MS;fontSize=24;fontColor=#5134A6;fontStyle=1;spacing=0;" value="声学预测误差降低，合成语音的情感辨识度提升" vertex="1">
          <mxGeometry height="180" width="170" x="1430" y="555" as="geometry" />
        </mxCell>
        <mxCell id="mLJ6RkBWi0f_F3Ge-QQL-3" connectable="0" parent="1" style="group" value="" vertex="1">
          <mxGeometry height="68" width="80" x="945" y="690" as="geometry" />
        </mxCell>
        <mxCell id="v179" parent="mLJ6RkBWi0f_F3Ge-QQL-3" style="shape=rect;fillColor=#222222;strokeColor=#777777;strokeWidth=1;fontFamily=Comic Sans MS;" value="" vertex="1">
          <mxGeometry height="17" width="20" as="geometry" />
        </mxCell>
        <mxCell id="v180" parent="mLJ6RkBWi0f_F3Ge-QQL-3" style="shape=rect;fillColor=#F4F2F7;strokeColor=#777777;strokeWidth=1;fontFamily=Comic Sans MS;" value="" vertex="1">
          <mxGeometry height="17" width="20" x="20" as="geometry" />
        </mxCell>
        <mxCell id="v181" parent="mLJ6RkBWi0f_F3Ge-QQL-3" style="shape=rect;fillColor=#FFFFFF;strokeColor=#777777;strokeWidth=1;fontFamily=Comic Sans MS;" value="" vertex="1">
          <mxGeometry height="17" width="20" x="40" as="geometry" />
        </mxCell>
        <mxCell id="v182" parent="mLJ6RkBWi0f_F3Ge-QQL-3" style="shape=rect;fillColor=#FFFFFF;strokeColor=#777777;strokeWidth=1;fontFamily=Comic Sans MS;" value="" vertex="1">
          <mxGeometry height="17" width="20" x="60" as="geometry" />
        </mxCell>
        <mxCell id="v183" parent="mLJ6RkBWi0f_F3Ge-QQL-3" style="shape=rect;fillColor=#F6F4F7;strokeColor=#777777;strokeWidth=1;fontFamily=Comic Sans MS;" value="" vertex="1">
          <mxGeometry height="17" width="20" y="17" as="geometry" />
        </mxCell>
        <mxCell id="v184" parent="mLJ6RkBWi0f_F3Ge-QQL-3" style="shape=rect;fillColor=#FFFFFF;strokeColor=#777777;strokeWidth=1;fontFamily=Comic Sans MS;" value="" vertex="1">
          <mxGeometry height="17" width="20" x="20" y="17" as="geometry" />
        </mxCell>
        <mxCell id="v185" parent="mLJ6RkBWi0f_F3Ge-QQL-3" style="shape=rect;fillColor=#ECE8F3;strokeColor=#777777;strokeWidth=1;fontFamily=Comic Sans MS;" value="" vertex="1">
          <mxGeometry height="17" width="20" x="40" y="17" as="geometry" />
        </mxCell>
        <mxCell id="v186" parent="mLJ6RkBWi0f_F3Ge-QQL-3" style="shape=rect;fillColor=#FFFFFF;strokeColor=#777777;strokeWidth=1;fontFamily=Comic Sans MS;" value="" vertex="1">
          <mxGeometry height="17" width="20" x="60" y="17" as="geometry" />
        </mxCell>
        <mxCell id="v187" parent="mLJ6RkBWi0f_F3Ge-QQL-3" style="shape=rect;fillColor=#FFFFFF;strokeColor=#777777;strokeWidth=1;fontFamily=Comic Sans MS;" value="" vertex="1">
          <mxGeometry height="17" width="20" y="34" as="geometry" />
        </mxCell>
        <mxCell id="v188" parent="mLJ6RkBWi0f_F3Ge-QQL-3" style="shape=rect;fillColor=#ECE8F3;strokeColor=#777777;strokeWidth=1;fontFamily=Comic Sans MS;" value="" vertex="1">
          <mxGeometry height="17" width="20" x="20" y="34" as="geometry" />
        </mxCell>
        <mxCell id="v189" parent="mLJ6RkBWi0f_F3Ge-QQL-3" style="shape=rect;fillColor=#FFFFFF;strokeColor=#777777;strokeWidth=1;fontFamily=Comic Sans MS;" value="" vertex="1">
          <mxGeometry height="17" width="20" x="40" y="34" as="geometry" />
        </mxCell>
        <mxCell id="v190" parent="mLJ6RkBWi0f_F3Ge-QQL-3" style="shape=rect;fillColor=#F7F5FA;strokeColor=#777777;strokeWidth=1;fontFamily=Comic Sans MS;" value="" vertex="1">
          <mxGeometry height="17" width="20" x="60" y="34" as="geometry" />
        </mxCell>
        <mxCell id="v191" parent="mLJ6RkBWi0f_F3Ge-QQL-3" style="shape=rect;fillColor=#FFFFFF;strokeColor=#777777;strokeWidth=1;fontFamily=Comic Sans MS;" value="" vertex="1">
          <mxGeometry height="17" width="20" y="51" as="geometry" />
        </mxCell>
        <mxCell id="v192" parent="mLJ6RkBWi0f_F3Ge-QQL-3" style="shape=rect;fillColor=#FFFFFF;strokeColor=#777777;strokeWidth=1;fontFamily=Comic Sans MS;" value="" vertex="1">
          <mxGeometry height="17" width="20" x="20" y="51" as="geometry" />
        </mxCell>
        <mxCell id="v193" parent="mLJ6RkBWi0f_F3Ge-QQL-3" style="shape=rect;fillColor=#F3F0F7;strokeColor=#777777;strokeWidth=1;fontFamily=Comic Sans MS;" value="" vertex="1">
          <mxGeometry height="17" width="20" x="40" y="51" as="geometry" />
        </mxCell>
        <mxCell id="v194" parent="mLJ6RkBWi0f_F3Ge-QQL-3" style="shape=rect;fillColor=#222222;strokeColor=#777777;strokeWidth=1;fontFamily=Comic Sans MS;" value="" vertex="1">
          <mxGeometry height="17" width="20" x="60" y="51" as="geometry" />
        </mxCell>
        <mxCell id="mLJ6RkBWi0f_F3Ge-QQL-5" connectable="0" parent="1" style="group" value="" vertex="1">
          <mxGeometry height="38" width="72" x="694" y="402" as="geometry" />
        </mxCell>
        <mxCell id="v69" parent="mLJ6RkBWi0f_F3Ge-QQL-5" style="shape=rect;rounded=0;fillColor=#CFE4FF;gradientColor=#2D66BA;gradientDirection=east;strokeColor=#8AA8DC;fontFamily=Comic Sans MS;" value="" vertex="1">
          <mxGeometry height="38" width="72" as="geometry" />
        </mxCell>
        <mxCell id="v70" parent="mLJ6RkBWi0f_F3Ge-QQL-5" style="shape=rect;fillColor=#4B79C4;strokeColor=none;fontFamily=Comic Sans MS;" value="" vertex="1">
          <mxGeometry height="18" width="4" x="5" y="16" as="geometry" />
        </mxCell>
        <mxCell id="v71" parent="mLJ6RkBWi0f_F3Ge-QQL-5" style="shape=rect;fillColor=#8FC5F2;strokeColor=none;fontFamily=Comic Sans MS;" value="" vertex="1">
          <mxGeometry height="28" width="4" x="13" y="6" as="geometry" />
        </mxCell>
        <mxCell id="v72" parent="mLJ6RkBWi0f_F3Ge-QQL-5" style="shape=rect;fillColor=#4B79C4;strokeColor=none;fontFamily=Comic Sans MS;" value="" vertex="1">
          <mxGeometry height="22" width="4" x="21" y="12" as="geometry" />
        </mxCell>
        <mxCell id="v73" parent="mLJ6RkBWi0f_F3Ge-QQL-5" style="shape=rect;fillColor=#8FC5F2;strokeColor=none;fontFamily=Comic Sans MS;" value="" vertex="1">
          <mxGeometry height="34" width="4" x="29" as="geometry" />
        </mxCell>
        <mxCell id="v74" parent="mLJ6RkBWi0f_F3Ge-QQL-5" style="shape=rect;fillColor=#4B79C4;strokeColor=none;fontFamily=Comic Sans MS;" value="" vertex="1">
          <mxGeometry height="26" width="4" x="37" y="8" as="geometry" />
        </mxCell>
        <mxCell id="v75" parent="mLJ6RkBWi0f_F3Ge-QQL-5" style="shape=rect;fillColor=#8FC5F2;strokeColor=none;fontFamily=Comic Sans MS;" value="" vertex="1">
          <mxGeometry height="32" width="4" x="45" y="2" as="geometry" />
        </mxCell>
        <mxCell id="v76" parent="mLJ6RkBWi0f_F3Ge-QQL-5" style="shape=rect;fillColor=#4B79C4;strokeColor=none;fontFamily=Comic Sans MS;" value="" vertex="1">
          <mxGeometry height="20" width="4" x="53" y="14" as="geometry" />
        </mxCell>
        <mxCell id="v77" parent="mLJ6RkBWi0f_F3Ge-QQL-5" style="shape=rect;fillColor=#8FC5F2;strokeColor=none;fontFamily=Comic Sans MS;" value="" vertex="1">
          <mxGeometry height="30" width="4" x="61" y="4" as="geometry" />
        </mxCell>
        <mxCell id="mLJ6RkBWi0f_F3Ge-QQL-6" connectable="0" parent="1" style="group" value="" vertex="1">
          <mxGeometry height="38" width="72" x="694" y="709" as="geometry" />
        </mxCell>
        <mxCell id="mLJ6RkBWi0f_F3Ge-QQL-7" parent="mLJ6RkBWi0f_F3Ge-QQL-6" style="shape=rect;rounded=0;fillColor=#CFE4FF;gradientColor=#2D66BA;gradientDirection=east;strokeColor=#8AA8DC;fontFamily=Comic Sans MS;" value="" vertex="1">
          <mxGeometry height="38" width="72" as="geometry" />
        </mxCell>
        <mxCell id="mLJ6RkBWi0f_F3Ge-QQL-8" parent="mLJ6RkBWi0f_F3Ge-QQL-6" style="shape=rect;fillColor=#4B79C4;strokeColor=none;fontFamily=Comic Sans MS;" value="" vertex="1">
          <mxGeometry height="18" width="4" x="5" y="16" as="geometry" />
        </mxCell>
        <mxCell id="mLJ6RkBWi0f_F3Ge-QQL-9" parent="mLJ6RkBWi0f_F3Ge-QQL-6" style="shape=rect;fillColor=#8FC5F2;strokeColor=none;fontFamily=Comic Sans MS;" value="" vertex="1">
          <mxGeometry height="28" width="4" x="13" y="6" as="geometry" />
        </mxCell>
        <mxCell id="mLJ6RkBWi0f_F3Ge-QQL-10" parent="mLJ6RkBWi0f_F3Ge-QQL-6" style="shape=rect;fillColor=#4B79C4;strokeColor=none;fontFamily=Comic Sans MS;" value="" vertex="1">
          <mxGeometry height="22" width="4" x="21" y="12" as="geometry" />
        </mxCell>
        <mxCell id="mLJ6RkBWi0f_F3Ge-QQL-11" parent="mLJ6RkBWi0f_F3Ge-QQL-6" style="shape=rect;fillColor=#8FC5F2;strokeColor=none;fontFamily=Comic Sans MS;" value="" vertex="1">
          <mxGeometry height="34" width="4" x="29" as="geometry" />
        </mxCell>
        <mxCell id="mLJ6RkBWi0f_F3Ge-QQL-12" parent="mLJ6RkBWi0f_F3Ge-QQL-6" style="shape=rect;fillColor=#4B79C4;strokeColor=none;fontFamily=Comic Sans MS;" value="" vertex="1">
          <mxGeometry height="26" width="4" x="37" y="8" as="geometry" />
        </mxCell>
        <mxCell id="mLJ6RkBWi0f_F3Ge-QQL-13" parent="mLJ6RkBWi0f_F3Ge-QQL-6" style="shape=rect;fillColor=#8FC5F2;strokeColor=none;fontFamily=Comic Sans MS;" value="" vertex="1">
          <mxGeometry height="32" width="4" x="45" y="2" as="geometry" />
        </mxCell>
        <mxCell id="mLJ6RkBWi0f_F3Ge-QQL-14" parent="mLJ6RkBWi0f_F3Ge-QQL-6" style="shape=rect;fillColor=#4B79C4;strokeColor=none;fontFamily=Comic Sans MS;" value="" vertex="1">
          <mxGeometry height="20" width="4" x="53" y="14" as="geometry" />
        </mxCell>
        <mxCell id="mLJ6RkBWi0f_F3Ge-QQL-15" parent="mLJ6RkBWi0f_F3Ge-QQL-6" style="shape=rect;fillColor=#8FC5F2;strokeColor=none;fontFamily=Comic Sans MS;" value="" vertex="1">
          <mxGeometry height="30" width="4" x="61" y="4" as="geometry" />
        </mxCell>
        <mxCell id="mLJ6RkBWi0f_F3Ge-QQL-17" parent="1" style="ellipse;whiteSpace=wrap;html=1;aspect=fixed;fillColor=#3069CA;" value="" vertex="1">
          <mxGeometry height="80" width="80" x="109" y="360" as="geometry" />
        </mxCell>
      </root>
    </mxGraphModel>
  </diagram>
</mxfile>
